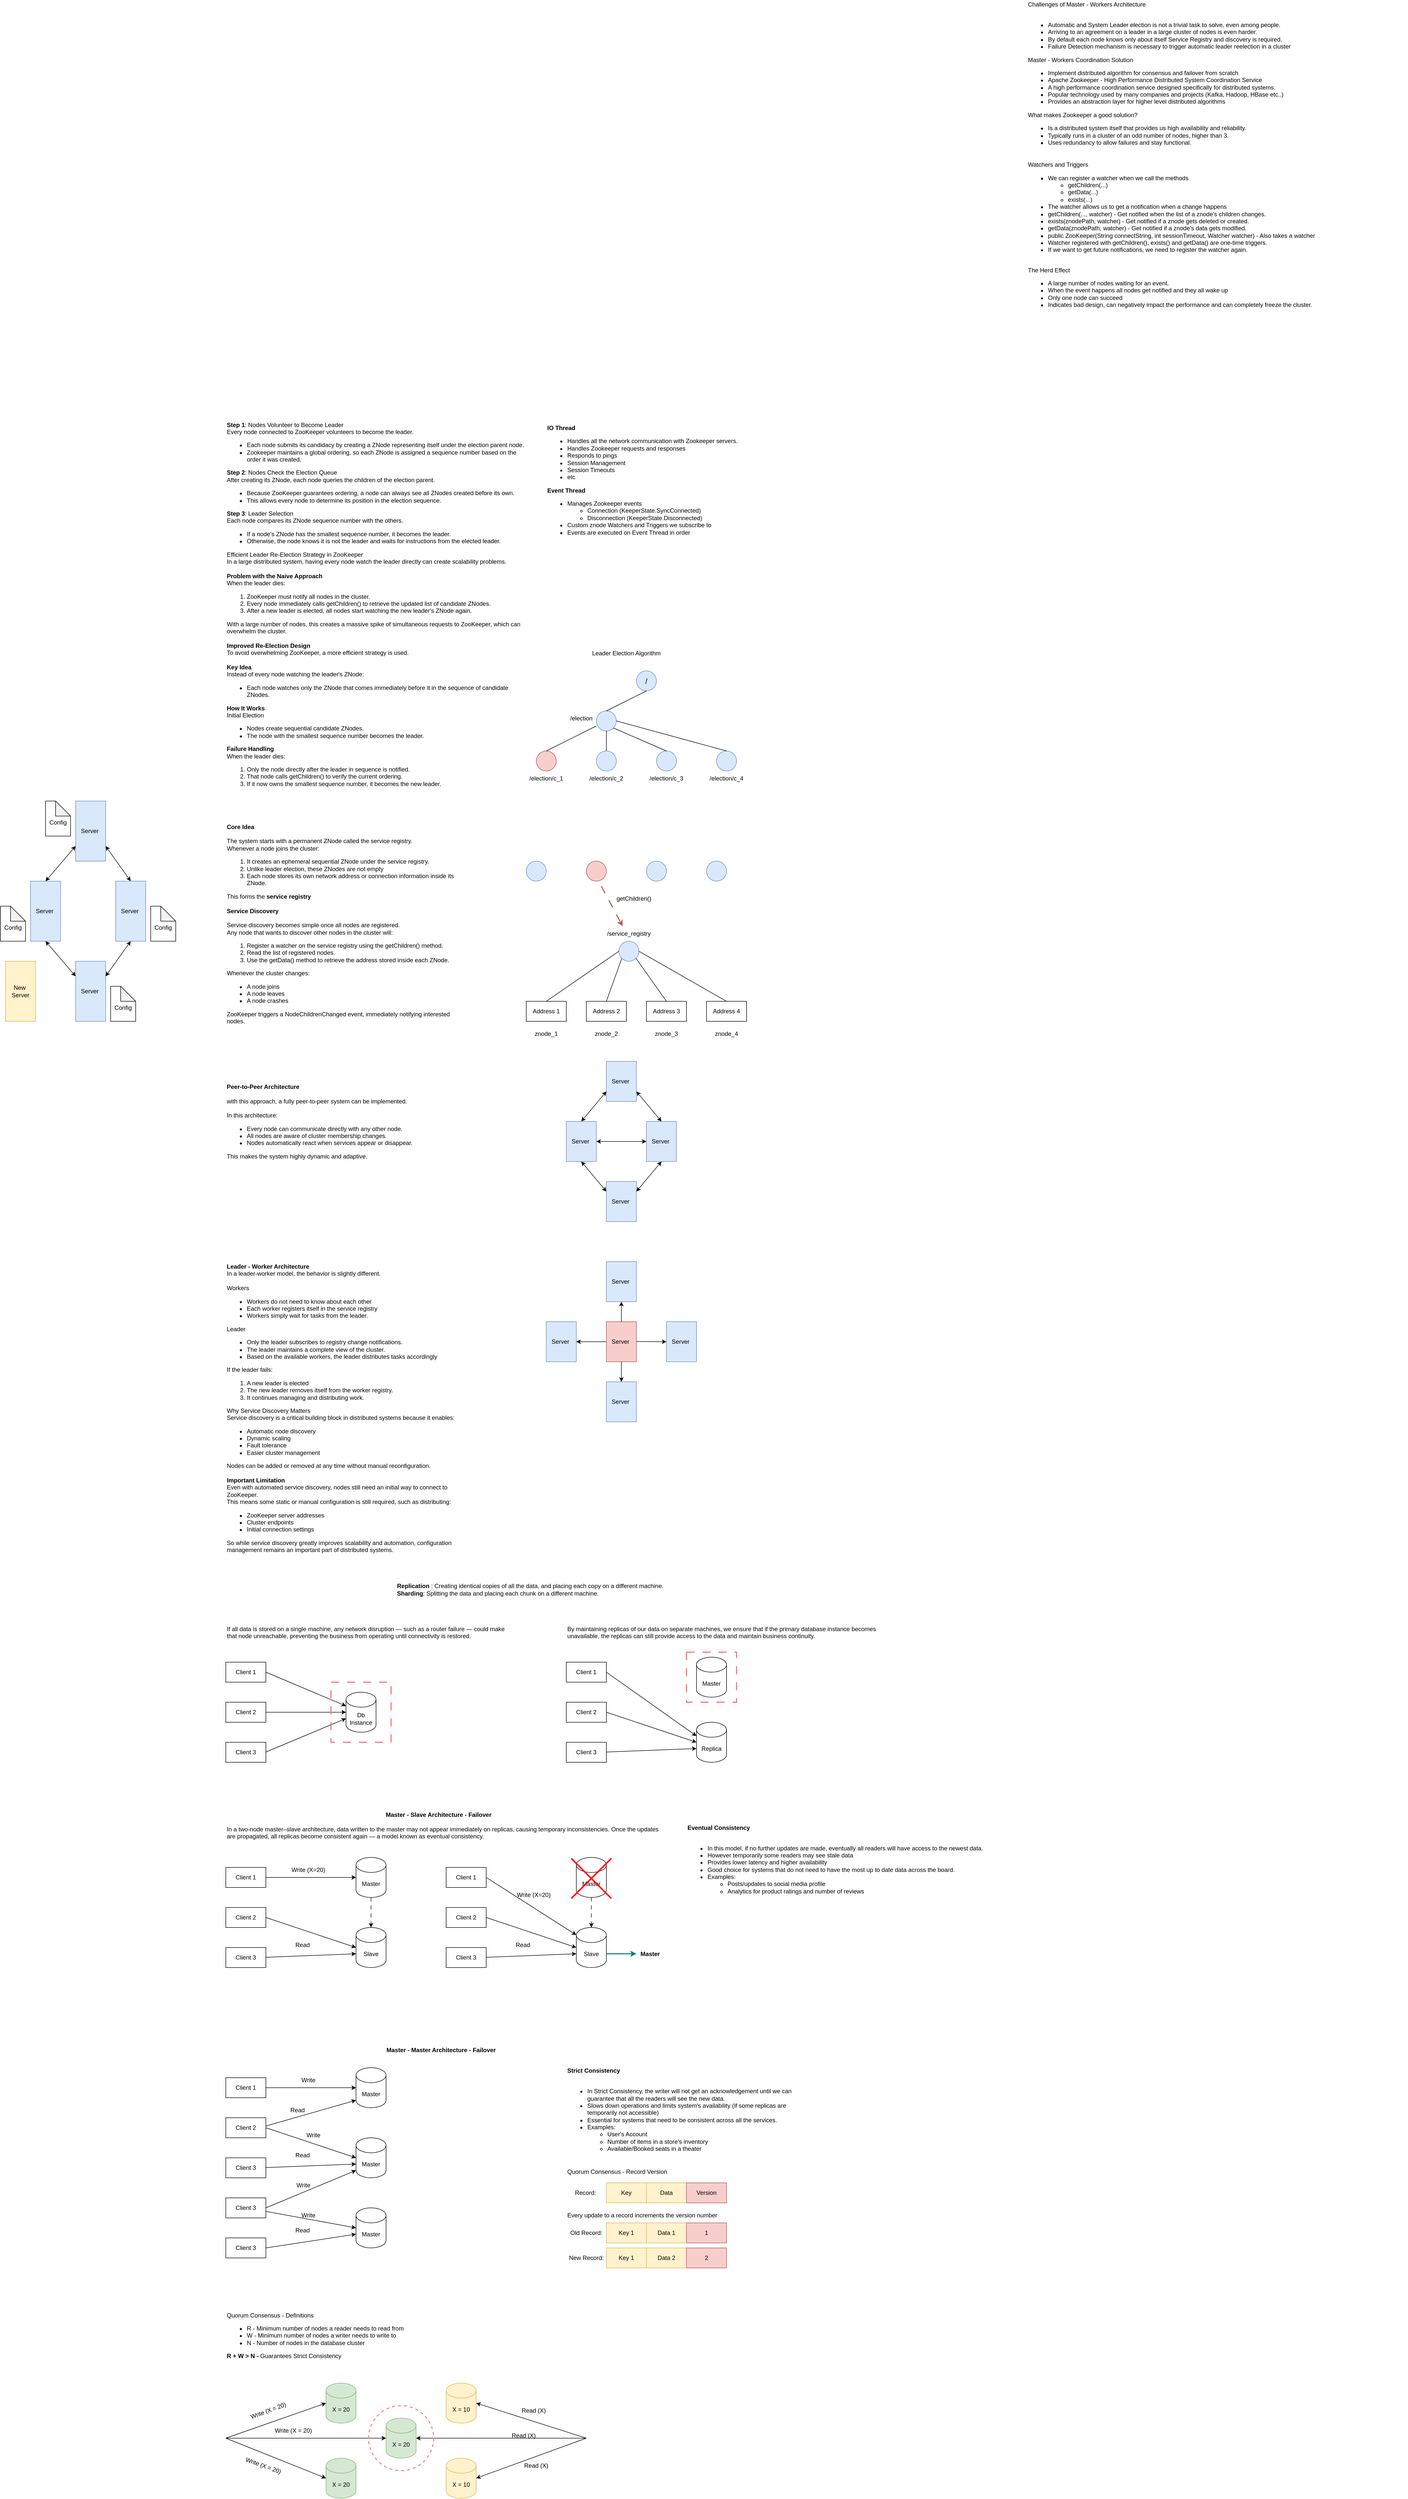
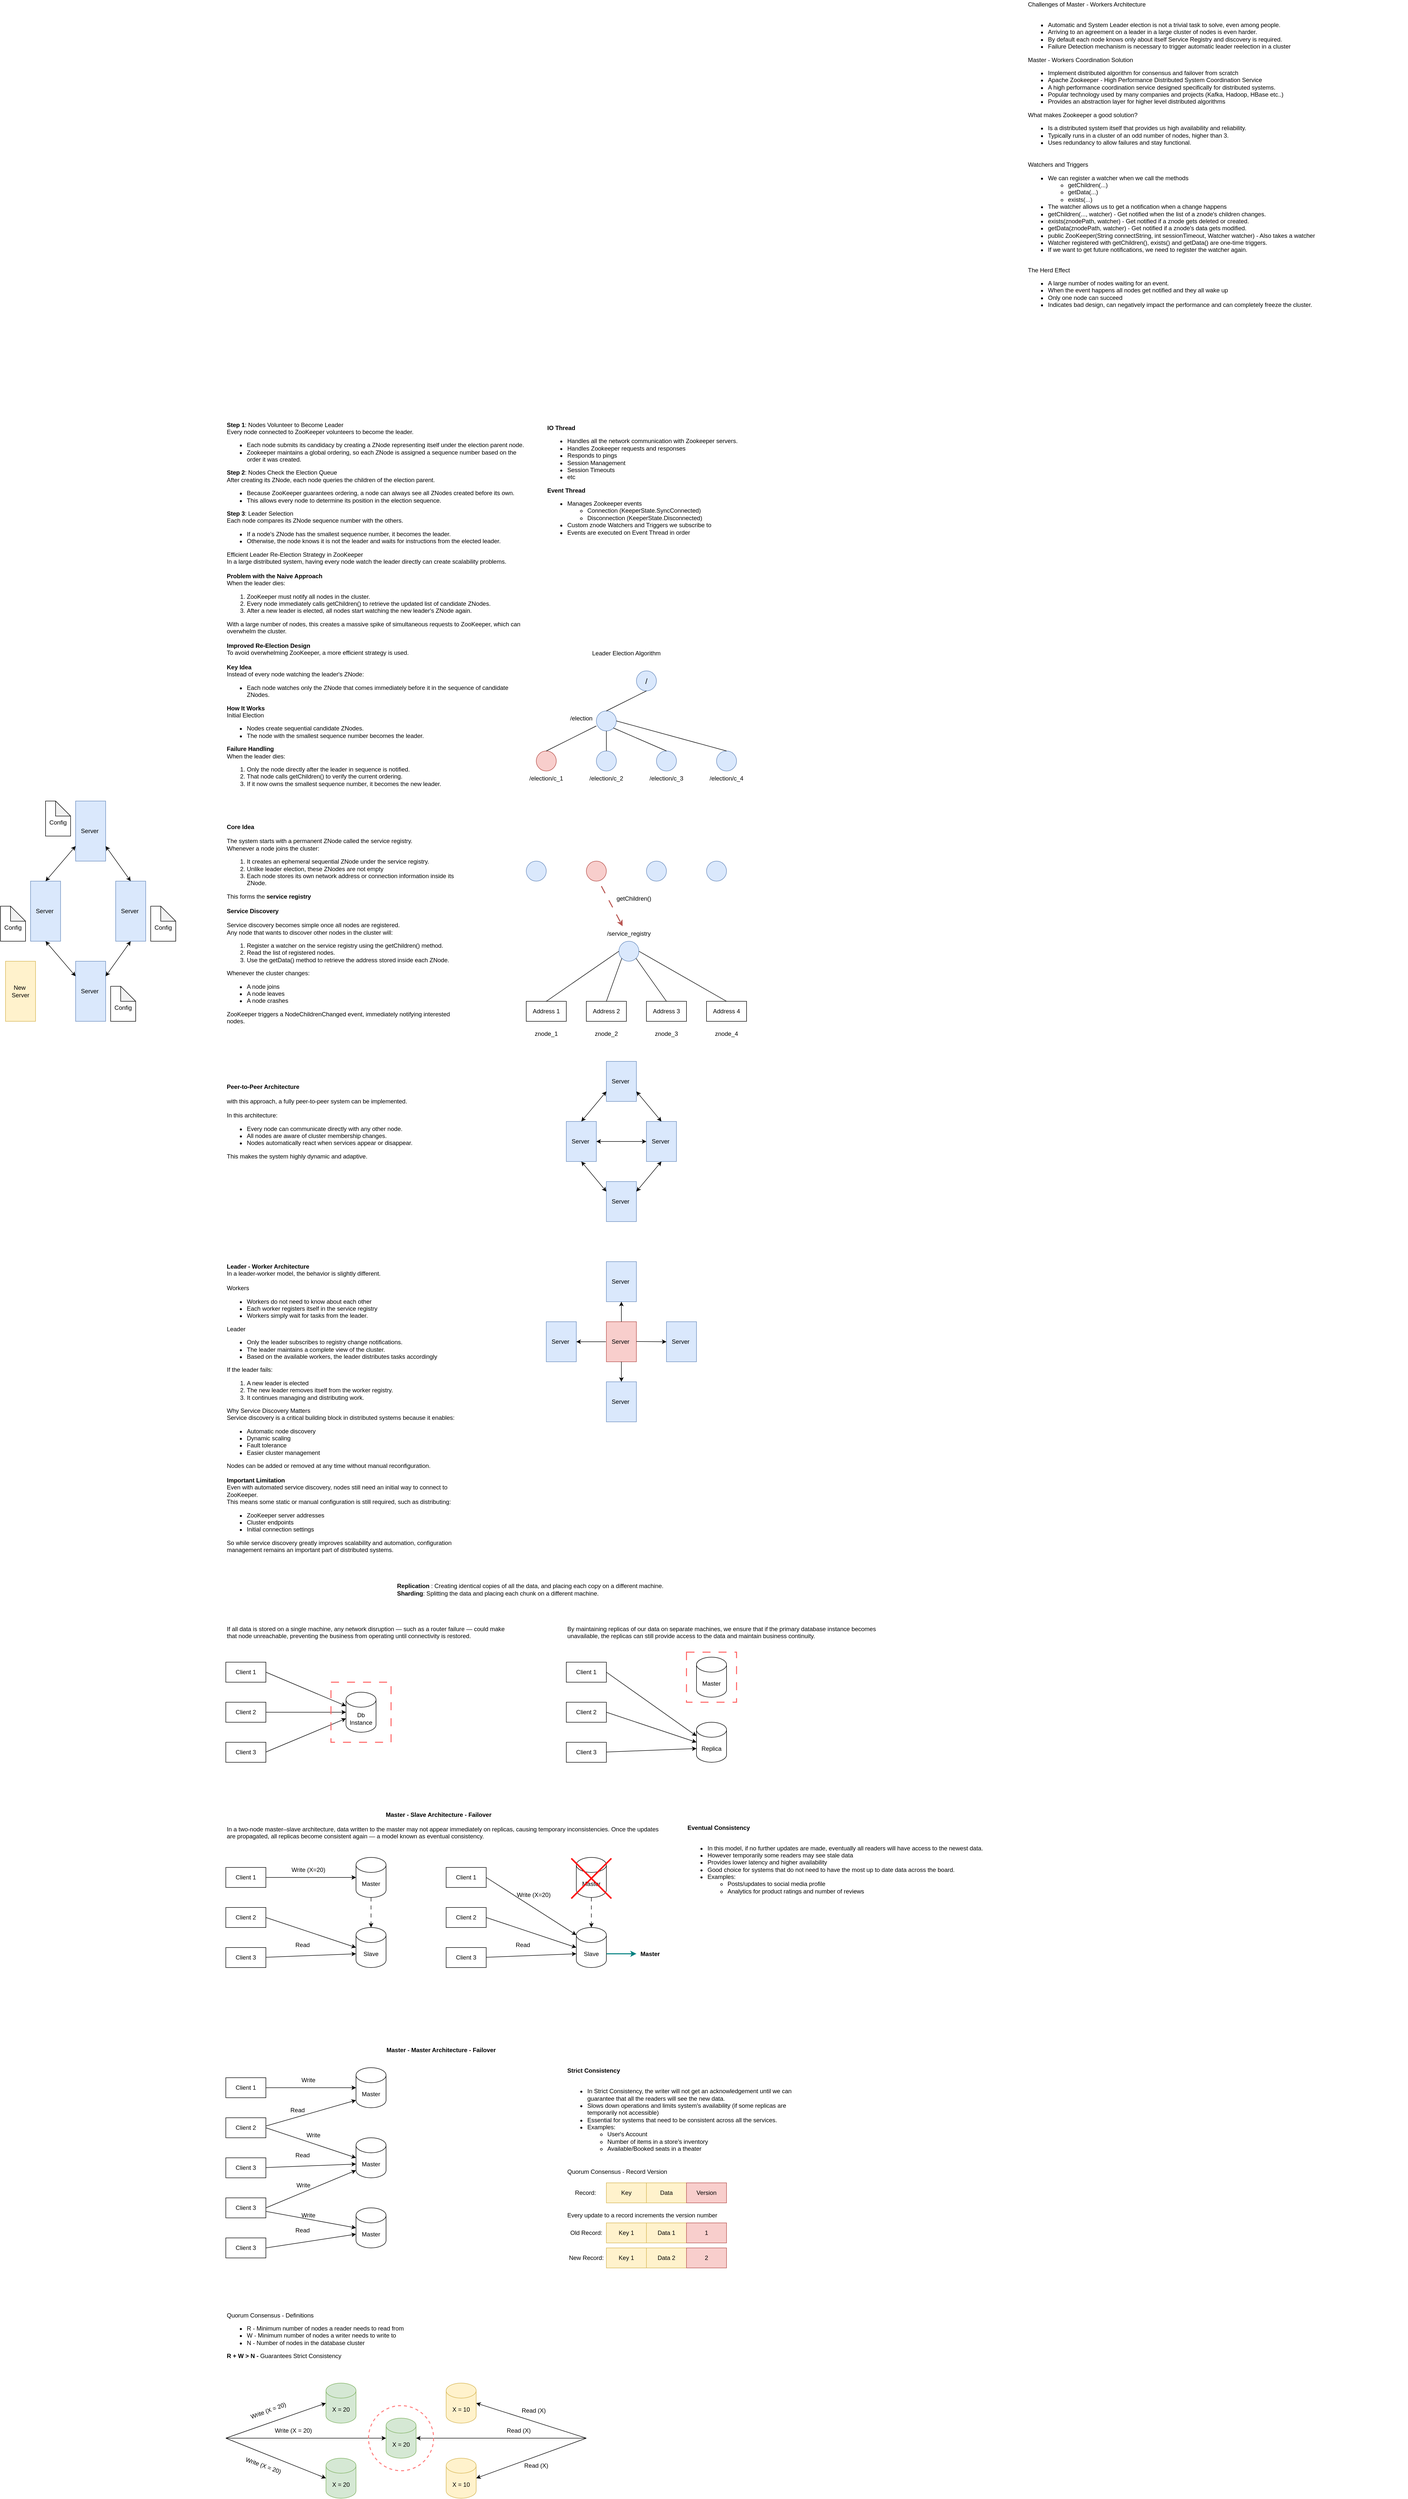
<mxfile host="app.diagrams.net">
  <diagram name="Page-1" id="tO2NQB0IofIboXUTSpVf">
    <mxGraphModel dx="4391" dy="1800" grid="1" gridSize="10" guides="1" tooltips="1" connect="1" arrows="1" fold="1" page="1" pageScale="1" pageWidth="850" pageHeight="1100" math="0" shadow="0">
      <root>
        <mxCell id="0" />
        <mxCell id="1" parent="0" />
        <mxCell id="MGsdMgP7l0InPqgAwvWF-1" parent="1" style="text;html=1;whiteSpace=wrap;strokeColor=none;fillColor=none;align=left;verticalAlign=middle;rounded=0;" value="&lt;div&gt;Challenges of Master - Workers Architecture&lt;/div&gt;&lt;div&gt;&lt;br&gt;&lt;/div&gt;&lt;div&gt;&lt;ul&gt;&lt;li&gt;Automatic and System Leader election is not a trivial task to solve, even among people.&lt;/li&gt;&lt;li&gt;Arriving to an agreement on a leader in a large cluster of nodes is even harder.&lt;/li&gt;&lt;li&gt;By default each node knows only about itself Service Registry and discovery is required.&lt;/li&gt;&lt;li&gt;Failure Detection mechanism is necessary to trigger automatic leader reelection in a cluster&lt;/li&gt;&lt;/ul&gt;&lt;div&gt;Master - Workers Coordination Solution&lt;/div&gt;&lt;div&gt;&lt;ul&gt;&lt;li&gt;Implement distributed algorithm for consensus and failover from scratch&lt;/li&gt;&lt;li&gt;Apache Zookeeper - High Performance Distributed System Coordination Service&amp;nbsp;&lt;/li&gt;&lt;li&gt;A high performance coordination service designed specifically for distributed systems.&lt;/li&gt;&lt;li&gt;Popular technology used by many companies and projects (Kafka, Hadoop, HBase etc..)&lt;/li&gt;&lt;li&gt;Provides an abstraction layer for higher level distributed algorithms&lt;/li&gt;&lt;/ul&gt;&lt;div&gt;What makes Zookeeper a good solution?&lt;/div&gt;&lt;div&gt;&lt;ul&gt;&lt;li&gt;Is a distributed system itself that provides us high availability and reliability.&lt;/li&gt;&lt;li&gt;Typically runs in a cluster of an odd number of nodes, higher than 3.&lt;/li&gt;&lt;li&gt;Uses redundancy to allow failures and stay functional.&lt;/li&gt;&lt;/ul&gt;&lt;/div&gt;&lt;/div&gt;&lt;/div&gt;&lt;div&gt;&lt;br&gt;&lt;/div&gt;" vertex="1">
          <mxGeometry height="320" width="760" x="40" y="-1000" as="geometry" />
        </mxCell>
        <mxCell id="MGsdMgP7l0InPqgAwvWF-2" parent="1" style="ellipse;whiteSpace=wrap;html=1;fillColor=#dae8fc;strokeColor=#6c8ebf;fontSize=15;" value="/" vertex="1">
          <mxGeometry height="40" width="40" x="-740" y="340" as="geometry" />
        </mxCell>
        <mxCell id="MGsdMgP7l0InPqgAwvWF-3" parent="1" style="text;html=1;whiteSpace=wrap;strokeColor=none;fillColor=none;align=center;verticalAlign=middle;rounded=0;" value="Leader Election Algorithm" vertex="1">
          <mxGeometry height="30" width="240" x="-880" y="290" as="geometry" />
        </mxCell>
        <mxCell id="MGsdMgP7l0InPqgAwvWF-5" parent="1" style="ellipse;whiteSpace=wrap;html=1;fillColor=#dae8fc;strokeColor=#6c8ebf;" value="" vertex="1">
          <mxGeometry height="40" width="40" x="-820" y="420" as="geometry" />
        </mxCell>
        <mxCell id="MGsdMgP7l0InPqgAwvWF-8" parent="1" style="text;html=1;whiteSpace=wrap;strokeColor=none;fillColor=none;align=center;verticalAlign=middle;rounded=0;" value="/election" vertex="1">
          <mxGeometry height="30" width="60" x="-880" y="420" as="geometry" />
        </mxCell>
        <mxCell id="MGsdMgP7l0InPqgAwvWF-9" parent="1" style="ellipse;whiteSpace=wrap;html=1;fillColor=#f8cecc;strokeColor=#b85450;" value="" vertex="1">
          <mxGeometry height="40" width="40" x="-940" y="500" as="geometry" />
        </mxCell>
        <mxCell id="MGsdMgP7l0InPqgAwvWF-10" parent="1" style="ellipse;whiteSpace=wrap;html=1;fillColor=#dae8fc;strokeColor=#6c8ebf;" value="" vertex="1">
          <mxGeometry height="40" width="40" x="-820" y="500" as="geometry" />
        </mxCell>
        <mxCell id="MGsdMgP7l0InPqgAwvWF-11" parent="1" style="ellipse;whiteSpace=wrap;html=1;fillColor=#dae8fc;strokeColor=#6c8ebf;" value="" vertex="1">
          <mxGeometry height="40" width="40" x="-700" y="500" as="geometry" />
        </mxCell>
        <mxCell id="MGsdMgP7l0InPqgAwvWF-12" parent="1" style="ellipse;whiteSpace=wrap;html=1;fillColor=#dae8fc;strokeColor=#6c8ebf;" value="" vertex="1">
          <mxGeometry height="40" width="40" x="-580" y="500" as="geometry" />
        </mxCell>
        <mxCell id="MGsdMgP7l0InPqgAwvWF-13" edge="1" parent="1" source="MGsdMgP7l0InPqgAwvWF-9" style="endArrow=none;html=1;rounded=0;exitX=0.5;exitY=0;exitDx=0;exitDy=0;" value="">
          <mxGeometry height="50" relative="1" width="50" as="geometry">
            <mxPoint x="-870" y="500" as="sourcePoint" />
            <mxPoint x="-820" y="450" as="targetPoint" />
          </mxGeometry>
        </mxCell>
        <mxCell id="MGsdMgP7l0InPqgAwvWF-14" edge="1" parent="1" source="MGsdMgP7l0InPqgAwvWF-10" style="endArrow=none;html=1;rounded=0;exitX=0.5;exitY=0;exitDx=0;exitDy=0;entryX=0.5;entryY=1;entryDx=0;entryDy=0;" target="MGsdMgP7l0InPqgAwvWF-5" value="">
          <mxGeometry height="50" relative="1" width="50" as="geometry">
            <mxPoint x="-850" y="510" as="sourcePoint" />
            <mxPoint x="-800" y="460" as="targetPoint" />
          </mxGeometry>
        </mxCell>
        <mxCell id="MGsdMgP7l0InPqgAwvWF-15" edge="1" parent="1" source="MGsdMgP7l0InPqgAwvWF-11" style="endArrow=none;html=1;rounded=0;entryX=1;entryY=1;entryDx=0;entryDy=0;exitX=0.5;exitY=0;exitDx=0;exitDy=0;" target="MGsdMgP7l0InPqgAwvWF-5" value="">
          <mxGeometry height="50" relative="1" width="50" as="geometry">
            <mxPoint x="-760" y="500" as="sourcePoint" />
            <mxPoint x="-710" y="450" as="targetPoint" />
          </mxGeometry>
        </mxCell>
        <mxCell id="MGsdMgP7l0InPqgAwvWF-16" edge="1" parent="1" source="MGsdMgP7l0InPqgAwvWF-12" style="endArrow=none;html=1;rounded=0;entryX=1;entryY=0.5;entryDx=0;entryDy=0;exitX=0.5;exitY=0;exitDx=0;exitDy=0;" target="MGsdMgP7l0InPqgAwvWF-5" value="">
          <mxGeometry height="50" relative="1" width="50" as="geometry">
            <mxPoint x="-670" y="500" as="sourcePoint" />
            <mxPoint x="-620" y="450" as="targetPoint" />
          </mxGeometry>
        </mxCell>
        <mxCell id="MGsdMgP7l0InPqgAwvWF-17" parent="1" style="text;html=1;whiteSpace=wrap;strokeColor=none;fillColor=none;align=center;verticalAlign=middle;rounded=0;" value="/service_registry" vertex="1">
          <mxGeometry height="30" width="90" x="-800" y="850" as="geometry" />
        </mxCell>
        <mxCell id="MGsdMgP7l0InPqgAwvWF-18" parent="1" style="text;html=1;whiteSpace=wrap;strokeColor=none;fillColor=none;align=center;verticalAlign=middle;rounded=0;" value="/election/c_2" vertex="1">
          <mxGeometry height="30" width="80" x="-840" y="540" as="geometry" />
        </mxCell>
        <mxCell id="MGsdMgP7l0InPqgAwvWF-19" parent="1" style="text;html=1;whiteSpace=wrap;strokeColor=none;fillColor=none;align=center;verticalAlign=middle;rounded=0;" value="/election/c_3" vertex="1">
          <mxGeometry height="30" width="80" x="-720" y="540" as="geometry" />
        </mxCell>
        <mxCell id="MGsdMgP7l0InPqgAwvWF-20" parent="1" style="text;html=1;whiteSpace=wrap;strokeColor=none;fillColor=none;align=center;verticalAlign=middle;rounded=0;" value="/election/c_4" vertex="1">
          <mxGeometry height="30" width="80" x="-600" y="540" as="geometry" />
        </mxCell>
        <mxCell id="MGsdMgP7l0InPqgAwvWF-21" parent="1" style="text;html=1;whiteSpace=wrap;strokeColor=none;fillColor=none;align=left;verticalAlign=middle;rounded=0;" value="&lt;div&gt;&lt;b&gt;Step 1&lt;/b&gt;: Nodes Volunteer to Become Leader&amp;nbsp;&lt;/div&gt;&lt;div&gt;Every node connected to ZooKeeper volunteers to become the leader.&lt;/div&gt;&lt;div&gt;&lt;ul&gt;&lt;li&gt;Each node submits its candidacy by creating a ZNode representing itself under the election parent node.&lt;/li&gt;&lt;li&gt;Zookeeper maintains a global ordering, so each ZNode is assigned a sequence number based on the order it was created.&lt;/li&gt;&lt;/ul&gt;&lt;div&gt;&lt;b&gt;Step 2&lt;/b&gt;: Nodes Check the Election Queue&lt;/div&gt;&lt;div&gt;After creating its ZNode, each node queries the children of the election parent.&lt;/div&gt;&lt;div&gt;&lt;ul&gt;&lt;li&gt;Because ZooKeeper guarantees ordering, a node can always see all ZNodes created before its own.&lt;/li&gt;&lt;li&gt;This allows every node to determine its position in the election sequence.&lt;/li&gt;&lt;/ul&gt;&lt;div&gt;&lt;b&gt;Step 3&lt;/b&gt;: Leader Selection&lt;/div&gt;&lt;div&gt;Each node compares its ZNode sequence number with the others.&lt;/div&gt;&lt;div&gt;&lt;ul&gt;&lt;li&gt;If a node&#39;s ZNode has the smallest sequence number, it becomes the leader.&lt;/li&gt;&lt;li&gt;Otherwise, the node knows it is not the leader and waits for instructions from the elected leader.&lt;/li&gt;&lt;/ul&gt;&lt;div&gt;Efficient Leader Re-Election Strategy in ZooKeeper&lt;/div&gt;&lt;div&gt;In a large distributed system, having every node watch the leader directly can create scalability problems.&lt;/div&gt;&lt;div&gt;&lt;br&gt;&lt;/div&gt;&lt;div&gt;&lt;b&gt;Problem with the Naive Approach&lt;/b&gt;&lt;/div&gt;&lt;div&gt;When the leader dies:&lt;/div&gt;&lt;div&gt;&lt;ol&gt;&lt;li&gt;ZooKeeper must notify all nodes in the cluster.&lt;/li&gt;&lt;li&gt;Every node immediately calls getChildren() to retrieve the updated list of candidate ZNodes.&lt;/li&gt;&lt;li&gt;After a new leader is elected, all nodes start watching the new leader&#39;s ZNode again.&lt;/li&gt;&lt;/ol&gt;&lt;div&gt;With a large number of nodes, this creates a massive spike of simultaneous requests to ZooKeeper, which can&amp;nbsp;&lt;/div&gt;&lt;div&gt;overwhelm the cluster.&lt;/div&gt;&lt;div&gt;&lt;br&gt;&lt;/div&gt;&lt;div&gt;&lt;b&gt;Improved Re-Election Design&amp;nbsp;&lt;/b&gt;&lt;/div&gt;&lt;div&gt;To avoid overwhelming ZooKeeper, a more efficient strategy is used.&lt;/div&gt;&lt;div&gt;&lt;br&gt;&lt;/div&gt;&lt;div&gt;&lt;b&gt;Key Idea&amp;nbsp;&lt;/b&gt;&lt;/div&gt;&lt;div&gt;Instead of every node watching the leader&#39;s ZNode:&lt;/div&gt;&lt;div&gt;&lt;ul&gt;&lt;li&gt;Each node watches only the ZNode that comes immediately before it in the sequence of candidate ZNodes.&lt;/li&gt;&lt;/ul&gt;&lt;div&gt;&lt;b&gt;How It Works&amp;nbsp;&lt;/b&gt;&lt;/div&gt;&lt;div&gt;Initial Election&amp;nbsp;&lt;/div&gt;&lt;div&gt;&lt;ul&gt;&lt;li&gt;Nodes create sequential candidate ZNodes.&lt;/li&gt;&lt;li&gt;The node with the smallest sequence number becomes the leader.&lt;/li&gt;&lt;/ul&gt;&lt;div&gt;&lt;b&gt;Failure Handling&lt;/b&gt;&lt;/div&gt;&lt;div&gt;When the leader dies:&lt;/div&gt;&lt;div&gt;&lt;ol&gt;&lt;li&gt;Only the node directly after the leader in sequence is notified.&lt;/li&gt;&lt;li&gt;That node calls getChildren() to verify the current ordering.&lt;/li&gt;&lt;li&gt;If it now owns the smallest sequence number, it becomes the new leader.&lt;/li&gt;&lt;/ol&gt;&lt;/div&gt;&lt;div&gt;&lt;br&gt;&lt;/div&gt;&lt;/div&gt;&lt;/div&gt;&lt;/div&gt;&lt;/div&gt;&lt;/div&gt;&lt;/div&gt;" vertex="1">
          <mxGeometry height="760" width="600" x="-1560" y="-160" as="geometry" />
        </mxCell>
        <mxCell id="MGsdMgP7l0InPqgAwvWF-22" edge="1" parent="1" source="MGsdMgP7l0InPqgAwvWF-5" style="endArrow=none;html=1;rounded=0;exitX=0.5;exitY=0;exitDx=0;exitDy=0;" value="">
          <mxGeometry height="50" relative="1" width="50" as="geometry">
            <mxPoint x="-770" y="430" as="sourcePoint" />
            <mxPoint x="-720" y="380" as="targetPoint" />
          </mxGeometry>
        </mxCell>
        <mxCell id="MGsdMgP7l0InPqgAwvWF-23" parent="1" style="text;html=1;whiteSpace=wrap;strokeColor=none;fillColor=none;align=left;verticalAlign=middle;rounded=0;" value="&lt;div&gt;&lt;b&gt;IO Thread&amp;nbsp;&lt;/b&gt;&lt;/div&gt;&lt;div&gt;&lt;ul&gt;&lt;li&gt;Handles all the network communication with Zookeeper servers.&lt;/li&gt;&lt;li&gt;Handles Zookeeper requests and responses&amp;nbsp;&lt;/li&gt;&lt;li&gt;Responds to pings&amp;nbsp;&lt;/li&gt;&lt;li&gt;Session Management&amp;nbsp;&lt;/li&gt;&lt;li&gt;Session Timeouts&amp;nbsp;&lt;/li&gt;&lt;li&gt;etc&amp;nbsp;&lt;/li&gt;&lt;/ul&gt;&lt;div&gt;&lt;b&gt;Event Thread&amp;nbsp;&lt;/b&gt;&lt;/div&gt;&lt;div&gt;&lt;ul&gt;&lt;li&gt;Manages Zookeeper events&amp;nbsp;&lt;/li&gt;&lt;ul&gt;&lt;li&gt;Connection (KeeperState.SyncConnected)&lt;/li&gt;&lt;li&gt;Disconnection (KeeperState.Disconnected)&lt;/li&gt;&lt;/ul&gt;&lt;li&gt;Custom znode Watchers and Triggers we subscribe to&amp;nbsp;&lt;/li&gt;&lt;li&gt;Events are executed on Event Thread in order&amp;nbsp;&lt;/li&gt;&lt;/ul&gt;&lt;/div&gt;&lt;/div&gt;" vertex="1">
          <mxGeometry height="250" width="440" x="-920" y="-160" as="geometry" />
        </mxCell>
        <mxCell id="MGsdMgP7l0InPqgAwvWF-24" parent="1" style="text;html=1;whiteSpace=wrap;strokeColor=none;fillColor=none;align=left;verticalAlign=middle;rounded=0;" value="&lt;div&gt;Watchers and Triggers&lt;/div&gt;&lt;div&gt;&lt;ul&gt;&lt;li&gt;We can register a watcher when we call the methods&lt;/li&gt;&lt;ul&gt;&lt;li&gt;getChildren(...)&lt;/li&gt;&lt;li&gt;getData(...)&lt;/li&gt;&lt;li&gt;exists(...)&lt;/li&gt;&lt;/ul&gt;&lt;li&gt;The watcher allows us to get a notification when a change happens&lt;/li&gt;&lt;li&gt;getChildren(..., watcher) - Get notified when the list of a znode&#39;s children changes.&lt;/li&gt;&lt;li&gt;exists(znodePath, watcher) - Get notified if a znode gets deleted or created.&lt;/li&gt;&lt;li&gt;getData(znodePath, watcher) - Get notified if a znode&#39;s data gets modified.&lt;/li&gt;&lt;li&gt;public ZooKeeper(String connectString, int sessionTimeout, Watcher watcher) - Also takes a watcher&amp;nbsp;&lt;/li&gt;&lt;li&gt;Watcher registered with getChildren(), exists() and getData() are one-time triggers.&lt;/li&gt;&lt;li&gt;If we want to get future notifications, we need to register the watcher again.&lt;/li&gt;&lt;/ul&gt;&lt;/div&gt;" vertex="1">
          <mxGeometry height="200" width="760" x="40" y="-680" as="geometry" />
        </mxCell>
        <mxCell id="MGsdMgP7l0InPqgAwvWF-25" parent="1" style="text;html=1;whiteSpace=wrap;strokeColor=none;fillColor=none;align=left;verticalAlign=middle;rounded=0;" value="&lt;div&gt;The Herd Effect&lt;/div&gt;&lt;div&gt;&lt;ul&gt;&lt;li&gt;A large number of nodes waiting for an event.&lt;/li&gt;&lt;li&gt;When the event happens all nodes get notified and they all wake up&lt;/li&gt;&lt;li&gt;Only one node can succeed&amp;nbsp;&lt;/li&gt;&lt;li&gt;Indicates bad design, can negatively impact the performance and can completely freeze the cluster.&lt;/li&gt;&lt;/ul&gt;&lt;/div&gt;" vertex="1">
          <mxGeometry height="120" width="760" x="40" y="-480" as="geometry" />
        </mxCell>
        <mxCell id="MGsdMgP7l0InPqgAwvWF-26" parent="1" style="rounded=0;whiteSpace=wrap;html=1;fillColor=#dae8fc;strokeColor=#6c8ebf;" value="Server&amp;nbsp;" vertex="1">
          <mxGeometry height="120" width="60" x="-1950" y="760" as="geometry" />
        </mxCell>
        <mxCell id="MGsdMgP7l0InPqgAwvWF-35" parent="1" style="rounded=0;whiteSpace=wrap;html=1;fillColor=#dae8fc;strokeColor=#6c8ebf;" value="Server&amp;nbsp;" vertex="1">
          <mxGeometry height="120" width="60" x="-1860" y="600" as="geometry" />
        </mxCell>
        <mxCell id="MGsdMgP7l0InPqgAwvWF-38" parent="1" style="rounded=0;whiteSpace=wrap;html=1;fillColor=#dae8fc;strokeColor=#6c8ebf;" value="Server&amp;nbsp;" vertex="1">
          <mxGeometry height="120" width="60" x="-1780" y="760" as="geometry" />
        </mxCell>
        <mxCell id="MGsdMgP7l0InPqgAwvWF-42" parent="1" style="shape=note;whiteSpace=wrap;html=1;backgroundOutline=1;darkOpacity=0.05;" value="&lt;div&gt;&lt;br&gt;&lt;/div&gt;&lt;div&gt;Config&lt;/div&gt;" vertex="1">
          <mxGeometry height="70" width="50" x="-2010" y="810" as="geometry" />
        </mxCell>
        <mxCell id="MGsdMgP7l0InPqgAwvWF-43" parent="1" style="shape=note;whiteSpace=wrap;html=1;backgroundOutline=1;darkOpacity=0.05;" value="&lt;div&gt;&lt;br&gt;&lt;/div&gt;&lt;div&gt;Config&lt;/div&gt;" vertex="1">
          <mxGeometry height="70" width="50" x="-1920" y="600" as="geometry" />
        </mxCell>
        <mxCell id="MGsdMgP7l0InPqgAwvWF-44" parent="1" style="shape=note;whiteSpace=wrap;html=1;backgroundOutline=1;darkOpacity=0.05;" value="&lt;div&gt;&lt;br&gt;&lt;/div&gt;&lt;div&gt;Config&lt;/div&gt;" vertex="1">
          <mxGeometry height="70" width="50" x="-1710" y="810" as="geometry" />
        </mxCell>
        <mxCell id="MGsdMgP7l0InPqgAwvWF-45" edge="1" parent="1" source="MGsdMgP7l0InPqgAwvWF-26" style="endArrow=classic;startArrow=classic;html=1;rounded=0;entryX=0;entryY=0.75;entryDx=0;entryDy=0;exitX=0.5;exitY=0;exitDx=0;exitDy=0;" target="MGsdMgP7l0InPqgAwvWF-35" value="">
          <mxGeometry height="50" relative="1" width="50" as="geometry">
            <mxPoint x="-1980" y="760" as="sourcePoint" />
            <mxPoint x="-1930" y="710" as="targetPoint" />
          </mxGeometry>
        </mxCell>
        <mxCell id="MGsdMgP7l0InPqgAwvWF-47" edge="1" parent="1" source="MGsdMgP7l0InPqgAwvWF-26" style="endArrow=classic;startArrow=classic;html=1;rounded=0;entryX=0;entryY=0.25;entryDx=0;entryDy=0;exitX=0.5;exitY=1;exitDx=0;exitDy=0;" target="MGsdMgP7l0InPqgAwvWF-48" value="">
          <mxGeometry height="50" relative="1" width="50" as="geometry">
            <mxPoint x="-1950" y="950" as="sourcePoint" />
            <mxPoint x="-1840" y="880" as="targetPoint" />
          </mxGeometry>
        </mxCell>
        <mxCell id="MGsdMgP7l0InPqgAwvWF-48" parent="1" style="rounded=0;whiteSpace=wrap;html=1;fillColor=#dae8fc;strokeColor=#6c8ebf;" value="Server&amp;nbsp;" vertex="1">
          <mxGeometry height="120" width="60" x="-1860" y="920" as="geometry" />
        </mxCell>
        <mxCell id="MGsdMgP7l0InPqgAwvWF-49" parent="1" style="shape=note;whiteSpace=wrap;html=1;backgroundOutline=1;darkOpacity=0.05;" value="&lt;div&gt;&lt;br&gt;&lt;/div&gt;&lt;div&gt;Config&lt;/div&gt;" vertex="1">
          <mxGeometry height="70" width="50" x="-1790" y="970" as="geometry" />
        </mxCell>
        <mxCell id="MGsdMgP7l0InPqgAwvWF-50" edge="1" parent="1" style="endArrow=classic;startArrow=classic;html=1;rounded=0;entryX=0.5;entryY=0;entryDx=0;entryDy=0;exitX=0.5;exitY=0;exitDx=0;exitDy=0;" target="MGsdMgP7l0InPqgAwvWF-38" value="">
          <mxGeometry height="50" relative="1" width="50" as="geometry">
            <mxPoint x="-1800" y="690" as="sourcePoint" />
            <mxPoint x="-1690" y="620" as="targetPoint" />
          </mxGeometry>
        </mxCell>
        <mxCell id="MGsdMgP7l0InPqgAwvWF-51" edge="1" parent="1" source="MGsdMgP7l0InPqgAwvWF-38" style="endArrow=classic;startArrow=classic;html=1;rounded=0;entryX=1;entryY=0.25;entryDx=0;entryDy=0;exitX=0.5;exitY=1;exitDx=0;exitDy=0;" target="MGsdMgP7l0InPqgAwvWF-48" value="">
          <mxGeometry height="50" relative="1" width="50" as="geometry">
            <mxPoint x="-1620" y="940" as="sourcePoint" />
            <mxPoint x="-1510" y="1040" as="targetPoint" />
          </mxGeometry>
        </mxCell>
        <mxCell id="MGsdMgP7l0InPqgAwvWF-52" parent="1" style="rounded=0;whiteSpace=wrap;html=1;fillColor=#fff2cc;strokeColor=#d6b656;" value="&lt;div&gt;New&amp;nbsp;&lt;/div&gt;&lt;div&gt;Server&lt;/div&gt;" vertex="1">
          <mxGeometry height="120" width="60" x="-2000" y="920" as="geometry" />
        </mxCell>
        <mxCell id="MGsdMgP7l0InPqgAwvWF-54" parent="1" style="ellipse;whiteSpace=wrap;html=1;fillColor=#dae8fc;strokeColor=#6c8ebf;fontSize=15;" value="" vertex="1">
          <mxGeometry height="40" width="40" x="-775" y="880" as="geometry" />
        </mxCell>
        <mxCell id="MGsdMgP7l0InPqgAwvWF-55" parent="1" style="text;html=1;whiteSpace=wrap;strokeColor=none;fillColor=none;align=center;verticalAlign=middle;rounded=0;" value="/election/c_1" vertex="1">
          <mxGeometry height="30" width="80" x="-960" y="540" as="geometry" />
        </mxCell>
        <mxCell id="MGsdMgP7l0InPqgAwvWF-56" parent="1" style="rounded=0;whiteSpace=wrap;html=1;" value="Address 1" vertex="1">
          <mxGeometry height="40" width="80" x="-960" y="1000" as="geometry" />
        </mxCell>
        <mxCell id="MGsdMgP7l0InPqgAwvWF-57" parent="1" style="rounded=0;whiteSpace=wrap;html=1;" value="Address 2" vertex="1">
          <mxGeometry height="40" width="80" x="-840" y="1000" as="geometry" />
        </mxCell>
        <mxCell id="MGsdMgP7l0InPqgAwvWF-58" parent="1" style="rounded=0;whiteSpace=wrap;html=1;" value="Address 3" vertex="1">
          <mxGeometry height="40" width="80" x="-720" y="1000" as="geometry" />
        </mxCell>
        <mxCell id="MGsdMgP7l0InPqgAwvWF-59" parent="1" style="rounded=0;whiteSpace=wrap;html=1;" value="Address 4" vertex="1">
          <mxGeometry height="40" width="80" x="-600" y="1000" as="geometry" />
        </mxCell>
        <mxCell id="MGsdMgP7l0InPqgAwvWF-60" parent="1" style="text;html=1;whiteSpace=wrap;strokeColor=none;fillColor=none;align=center;verticalAlign=middle;rounded=0;" value="znode_1" vertex="1">
          <mxGeometry height="30" width="80" x="-960" y="1050" as="geometry" />
        </mxCell>
        <mxCell id="MGsdMgP7l0InPqgAwvWF-61" parent="1" style="text;html=1;whiteSpace=wrap;strokeColor=none;fillColor=none;align=center;verticalAlign=middle;rounded=0;" value="znode_2" vertex="1">
          <mxGeometry height="30" width="80" x="-840" y="1050" as="geometry" />
        </mxCell>
        <mxCell id="MGsdMgP7l0InPqgAwvWF-62" parent="1" style="text;html=1;whiteSpace=wrap;strokeColor=none;fillColor=none;align=center;verticalAlign=middle;rounded=0;" value="znode_3" vertex="1">
          <mxGeometry height="30" width="80" x="-720" y="1050" as="geometry" />
        </mxCell>
        <mxCell id="MGsdMgP7l0InPqgAwvWF-63" parent="1" style="text;html=1;whiteSpace=wrap;strokeColor=none;fillColor=none;align=center;verticalAlign=middle;rounded=0;" value="znode_4" vertex="1">
          <mxGeometry height="30" width="80" x="-600" y="1050" as="geometry" />
        </mxCell>
        <mxCell id="MGsdMgP7l0InPqgAwvWF-64" edge="1" parent="1" style="endArrow=none;html=1;rounded=0;entryX=0;entryY=0.5;entryDx=0;entryDy=0;" target="MGsdMgP7l0InPqgAwvWF-54" value="">
          <mxGeometry height="50" relative="1" width="50" as="geometry">
            <mxPoint x="-920" y="1000" as="sourcePoint" />
            <mxPoint x="-870" y="950" as="targetPoint" />
          </mxGeometry>
        </mxCell>
        <mxCell id="MGsdMgP7l0InPqgAwvWF-65" edge="1" parent="1" style="endArrow=none;html=1;rounded=0;entryX=0;entryY=1;entryDx=0;entryDy=0;" target="MGsdMgP7l0InPqgAwvWF-54" value="">
          <mxGeometry height="50" relative="1" width="50" as="geometry">
            <mxPoint x="-800" y="1000" as="sourcePoint" />
            <mxPoint x="-750" y="950" as="targetPoint" />
          </mxGeometry>
        </mxCell>
        <mxCell id="MGsdMgP7l0InPqgAwvWF-66" edge="1" parent="1" style="endArrow=none;html=1;rounded=0;entryX=1;entryY=1;entryDx=0;entryDy=0;" target="MGsdMgP7l0InPqgAwvWF-54" value="">
          <mxGeometry height="50" relative="1" width="50" as="geometry">
            <mxPoint x="-680" y="1000" as="sourcePoint" />
            <mxPoint x="-630" y="950" as="targetPoint" />
          </mxGeometry>
        </mxCell>
        <mxCell id="MGsdMgP7l0InPqgAwvWF-69" edge="1" parent="1" style="endArrow=none;html=1;rounded=0;entryX=1;entryY=0.5;entryDx=0;entryDy=0;" target="MGsdMgP7l0InPqgAwvWF-54" value="">
          <mxGeometry height="50" relative="1" width="50" as="geometry">
            <mxPoint x="-560" y="1000" as="sourcePoint" />
            <mxPoint x="-510" y="950" as="targetPoint" />
          </mxGeometry>
        </mxCell>
        <mxCell id="MGsdMgP7l0InPqgAwvWF-70" parent="1" style="ellipse;whiteSpace=wrap;html=1;fillColor=#f8cecc;strokeColor=#b85450;" value="" vertex="1">
          <mxGeometry height="40" width="40" x="-840" y="720" as="geometry" />
        </mxCell>
        <mxCell id="MGsdMgP7l0InPqgAwvWF-71" parent="1" style="ellipse;whiteSpace=wrap;html=1;fillColor=#dae8fc;strokeColor=#6c8ebf;fontSize=15;" value="" vertex="1">
          <mxGeometry height="40" width="40" x="-960" y="720" as="geometry" />
        </mxCell>
        <mxCell id="MGsdMgP7l0InPqgAwvWF-72" parent="1" style="ellipse;whiteSpace=wrap;html=1;fillColor=#dae8fc;strokeColor=#6c8ebf;fontSize=15;" value="" vertex="1">
          <mxGeometry height="40" width="40" x="-720" y="720" as="geometry" />
        </mxCell>
        <mxCell id="MGsdMgP7l0InPqgAwvWF-73" parent="1" style="ellipse;whiteSpace=wrap;html=1;fillColor=#dae8fc;strokeColor=#6c8ebf;fontSize=15;" value="" vertex="1">
          <mxGeometry height="40" width="40" x="-600" y="720" as="geometry" />
        </mxCell>
        <mxCell id="MGsdMgP7l0InPqgAwvWF-74" edge="1" parent="1" style="endArrow=classic;html=1;rounded=0;entryX=0.25;entryY=0;entryDx=0;entryDy=0;dashed=1;dashPattern=8 8;fillColor=#f8cecc;strokeColor=#b85450;strokeWidth=2;" value="">
          <mxGeometry height="50" relative="1" width="50" as="geometry">
            <mxPoint x="-810" y="770" as="sourcePoint" />
            <mxPoint x="-767.5" y="850" as="targetPoint" />
          </mxGeometry>
        </mxCell>
        <mxCell id="MGsdMgP7l0InPqgAwvWF-75" parent="1" style="text;html=1;whiteSpace=wrap;strokeColor=none;fillColor=none;align=center;verticalAlign=middle;rounded=0;" value="getChildren()" vertex="1">
          <mxGeometry height="30" width="90" x="-790" y="780" as="geometry" />
        </mxCell>
        <mxCell id="MGsdMgP7l0InPqgAwvWF-76" parent="1" style="text;html=1;whiteSpace=wrap;strokeColor=none;fillColor=none;align=left;verticalAlign=middle;rounded=0;" value="&lt;div&gt;&lt;b&gt;Core Idea&amp;nbsp;&lt;/b&gt;&lt;/div&gt;&lt;div&gt;&lt;b&gt;&lt;br&gt;&lt;/b&gt;&lt;/div&gt;&lt;div&gt;The system starts with a permanent ZNode called the service registry.&lt;/div&gt;&lt;div&gt;Whenever a node joins the cluster:&lt;/div&gt;&lt;div&gt;&lt;ol&gt;&lt;li&gt;It creates an ephemeral sequential ZNode under the service registry.&lt;/li&gt;&lt;li&gt;Unlike leader election, these ZNodes are not empty&lt;/li&gt;&lt;li&gt;Each node stores its own network address or connection information inside its ZNode.&lt;/li&gt;&lt;/ol&gt;&lt;div&gt;This forms the &lt;b&gt;service registry&lt;/b&gt;&lt;/div&gt;&lt;div&gt;&lt;b&gt;&lt;br&gt;&lt;/b&gt;&lt;/div&gt;&lt;div&gt;&lt;b&gt;Service Discovery&lt;/b&gt;&lt;/div&gt;&lt;div&gt;&lt;br&gt;&lt;/div&gt;&lt;div&gt;Service discovery becomes simple once all nodes are registered.&lt;/div&gt;&lt;div&gt;Any node that wants to discover other nodes in the cluster will:&lt;/div&gt;&lt;div&gt;&lt;ol&gt;&lt;li&gt;Register a watcher on the service registry using the getChildren() method.&lt;/li&gt;&lt;li&gt;Read the list of registered nodes.&lt;/li&gt;&lt;li&gt;Use the getData() method to retrieve the address stored inside each ZNode.&lt;/li&gt;&lt;/ol&gt;&lt;div&gt;Whenever the cluster changes:&lt;/div&gt;&lt;div&gt;&lt;ul&gt;&lt;li&gt;A node joins&amp;nbsp;&lt;/li&gt;&lt;li&gt;A node leaves&amp;nbsp;&lt;/li&gt;&lt;li&gt;A node crashes&lt;/li&gt;&lt;/ul&gt;&lt;div&gt;ZooKeeper triggers a NodeChildrenChanged event, immediately notifying interested nodes.&lt;/div&gt;&lt;/div&gt;&lt;/div&gt;&lt;div&gt;&lt;br&gt;&lt;/div&gt;&lt;div&gt;&lt;br&gt;&lt;/div&gt;&lt;/div&gt;" vertex="1">
          <mxGeometry height="440" width="480" x="-1560" y="640" as="geometry" />
        </mxCell>
        <mxCell id="MGsdMgP7l0InPqgAwvWF-77" parent="1" style="text;html=1;whiteSpace=wrap;strokeColor=none;fillColor=none;align=left;verticalAlign=middle;rounded=0;" value="&lt;div&gt;&lt;b&gt;Peer-to-Peer Architecture&amp;nbsp;&lt;/b&gt;&lt;/div&gt;&lt;div&gt;&lt;br&gt;&lt;/div&gt;&lt;div&gt;with this approach, a fully peer-to-peer system can be implemented.&lt;/div&gt;&lt;div&gt;&lt;br&gt;&lt;/div&gt;&lt;div&gt;In this architecture:&lt;/div&gt;&lt;div&gt;&lt;ul&gt;&lt;li&gt;Every node can communicate directly with any other node.&lt;/li&gt;&lt;li&gt;All nodes are aware of cluster membership changes.&lt;/li&gt;&lt;li&gt;Nodes automatically react when services appear or disappear.&lt;/li&gt;&lt;/ul&gt;&lt;div&gt;This makes the system highly dynamic and adaptive.&lt;/div&gt;&lt;/div&gt;" vertex="1">
          <mxGeometry height="160" width="480" x="-1560" y="1160" as="geometry" />
        </mxCell>
        <mxCell id="MGsdMgP7l0InPqgAwvWF-78" parent="1" style="text;html=1;whiteSpace=wrap;strokeColor=none;fillColor=none;align=left;verticalAlign=middle;rounded=0;" value="&lt;div&gt;&lt;b&gt;Leader - Worker Architecture&amp;nbsp;&lt;/b&gt;&lt;/div&gt;&lt;div&gt;In a leader-worker model, the behavior is slightly different.&lt;/div&gt;&lt;div&gt;&lt;br&gt;&lt;/div&gt;&lt;div&gt;&lt;div&gt;Workers&lt;/div&gt;&lt;div&gt;&lt;ul&gt;&lt;li&gt;Workers do not need to know about each other&amp;nbsp;&lt;/li&gt;&lt;li&gt;Each worker registers itself in the service registry&lt;/li&gt;&lt;li&gt;Workers simply wait for tasks from the leader.&amp;nbsp;&lt;/li&gt;&lt;/ul&gt;&lt;/div&gt;Leader&amp;nbsp;&lt;/div&gt;&lt;div&gt;&lt;ul&gt;&lt;li&gt;Only the leader subscribes to registry change notifications.&lt;/li&gt;&lt;li&gt;The leader maintains a complete view of the cluster.&lt;/li&gt;&lt;li&gt;Based on the available workers, the leader distributes tasks accordingly&lt;/li&gt;&lt;/ul&gt;&lt;/div&gt;&lt;div&gt;If the leader fails:&lt;/div&gt;&lt;div&gt;&lt;ol&gt;&lt;li&gt;A new leader is elected&lt;/li&gt;&lt;li&gt;The new leader removes itself from the worker registry.&lt;/li&gt;&lt;li&gt;It continues managing and distributing work.&lt;/li&gt;&lt;/ol&gt;&lt;/div&gt;&lt;div&gt;Why Service Discovery Matters&lt;/div&gt;&lt;div&gt;Service discovery is a critical building block in distributed systems because it enables:&lt;/div&gt;&lt;div&gt;&lt;ul&gt;&lt;li&gt;Automatic node discovery&lt;/li&gt;&lt;li&gt;Dynamic scaling&amp;nbsp;&lt;/li&gt;&lt;li&gt;Fault tolerance&amp;nbsp;&lt;/li&gt;&lt;li&gt;Easier cluster management&lt;/li&gt;&lt;/ul&gt;&lt;div&gt;Nodes can be added or removed at any time without manual reconfiguration.&lt;/div&gt;&lt;div&gt;&lt;br&gt;&lt;/div&gt;&lt;div&gt;&lt;b&gt;Important Limitation&lt;/b&gt;&lt;/div&gt;&lt;div&gt;Even with automated service discovery, nodes still need an initial way to connect to ZooKeeper.&lt;/div&gt;&lt;div&gt;This means some static or manual configuration is still required, such as distributing:&lt;/div&gt;&lt;div&gt;&lt;ul&gt;&lt;li&gt;ZooKeeper server addresses&lt;/li&gt;&lt;li&gt;Cluster endpoints&amp;nbsp;&lt;/li&gt;&lt;li&gt;Initial connection settings&lt;/li&gt;&lt;/ul&gt;&lt;div&gt;So while service discovery greatly improves scalability and automation, configuration management remains an important part of distributed systems.&lt;/div&gt;&lt;/div&gt;&lt;/div&gt;&lt;div&gt;&lt;br&gt;&lt;/div&gt;" vertex="1">
          <mxGeometry height="600" width="480" x="-1560" y="1520" as="geometry" />
        </mxCell>
        <mxCell id="MGsdMgP7l0InPqgAwvWF-79" parent="1" style="rounded=0;whiteSpace=wrap;html=1;fillColor=#dae8fc;strokeColor=#6c8ebf;" value="Server&amp;nbsp;" vertex="1">
          <mxGeometry height="80" width="60" x="-880" y="1240" as="geometry" />
        </mxCell>
        <mxCell id="MGsdMgP7l0InPqgAwvWF-80" parent="1" style="rounded=0;whiteSpace=wrap;html=1;fillColor=#dae8fc;strokeColor=#6c8ebf;" value="Server&amp;nbsp;" vertex="1">
          <mxGeometry height="80" width="60" x="-800" y="1120" as="geometry" />
        </mxCell>
        <mxCell id="MGsdMgP7l0InPqgAwvWF-81" parent="1" style="rounded=0;whiteSpace=wrap;html=1;fillColor=#dae8fc;strokeColor=#6c8ebf;" value="Server&amp;nbsp;" vertex="1">
          <mxGeometry height="80" width="60" x="-720" y="1240" as="geometry" />
        </mxCell>
        <mxCell id="MGsdMgP7l0InPqgAwvWF-82" edge="1" parent="1" source="MGsdMgP7l0InPqgAwvWF-79" style="endArrow=classic;startArrow=classic;html=1;rounded=0;entryX=0;entryY=0.75;entryDx=0;entryDy=0;exitX=0.5;exitY=0;exitDx=0;exitDy=0;" target="MGsdMgP7l0InPqgAwvWF-80" value="">
          <mxGeometry height="50" relative="1" width="50" as="geometry">
            <mxPoint x="-920" y="1280" as="sourcePoint" />
            <mxPoint x="-870" y="1230" as="targetPoint" />
          </mxGeometry>
        </mxCell>
        <mxCell id="MGsdMgP7l0InPqgAwvWF-83" edge="1" parent="1" source="MGsdMgP7l0InPqgAwvWF-79" style="endArrow=classic;startArrow=classic;html=1;rounded=0;entryX=0;entryY=0.25;entryDx=0;entryDy=0;exitX=0.5;exitY=1;exitDx=0;exitDy=0;" target="MGsdMgP7l0InPqgAwvWF-84" value="">
          <mxGeometry height="50" relative="1" width="50" as="geometry">
            <mxPoint x="-890" y="1470" as="sourcePoint" />
            <mxPoint x="-780" y="1400" as="targetPoint" />
          </mxGeometry>
        </mxCell>
        <mxCell id="MGsdMgP7l0InPqgAwvWF-84" parent="1" style="rounded=0;whiteSpace=wrap;html=1;fillColor=#dae8fc;strokeColor=#6c8ebf;" value="Server&amp;nbsp;" vertex="1">
          <mxGeometry height="80" width="60" x="-800" y="1360" as="geometry" />
        </mxCell>
        <mxCell id="MGsdMgP7l0InPqgAwvWF-85" edge="1" parent="1" style="endArrow=classic;startArrow=classic;html=1;rounded=0;entryX=0.5;entryY=0;entryDx=0;entryDy=0;exitX=0.5;exitY=0;exitDx=0;exitDy=0;" target="MGsdMgP7l0InPqgAwvWF-81" value="">
          <mxGeometry height="50" relative="1" width="50" as="geometry">
            <mxPoint x="-740" y="1180" as="sourcePoint" />
            <mxPoint x="-690" y="1250" as="targetPoint" />
          </mxGeometry>
        </mxCell>
        <mxCell id="MGsdMgP7l0InPqgAwvWF-86" edge="1" parent="1" source="MGsdMgP7l0InPqgAwvWF-81" style="endArrow=classic;startArrow=classic;html=1;rounded=0;entryX=1;entryY=0.25;entryDx=0;entryDy=0;exitX=0.5;exitY=1;exitDx=0;exitDy=0;" target="MGsdMgP7l0InPqgAwvWF-84" value="">
          <mxGeometry height="50" relative="1" width="50" as="geometry">
            <mxPoint x="-560" y="1460" as="sourcePoint" />
            <mxPoint x="-450" y="1560" as="targetPoint" />
          </mxGeometry>
        </mxCell>
        <mxCell id="MGsdMgP7l0InPqgAwvWF-88" edge="1" parent="1" style="endArrow=classic;startArrow=classic;html=1;rounded=0;entryX=0;entryY=0.5;entryDx=0;entryDy=0;exitX=0.5;exitY=1;exitDx=0;exitDy=0;" target="MGsdMgP7l0InPqgAwvWF-81" value="">
          <mxGeometry height="50" relative="1" width="50" as="geometry">
            <mxPoint x="-820" y="1280" as="sourcePoint" />
            <mxPoint x="-770" y="1340" as="targetPoint" />
          </mxGeometry>
        </mxCell>
        <mxCell id="MGsdMgP7l0InPqgAwvWF-89" parent="1" style="rounded=0;whiteSpace=wrap;html=1;fillColor=#dae8fc;strokeColor=#6c8ebf;" value="Server&amp;nbsp;" vertex="1">
          <mxGeometry height="80" width="60" x="-920" y="1640" as="geometry" />
        </mxCell>
        <mxCell id="MGsdMgP7l0InPqgAwvWF-90" parent="1" style="rounded=0;whiteSpace=wrap;html=1;fillColor=#dae8fc;strokeColor=#6c8ebf;" value="Server&amp;nbsp;" vertex="1">
          <mxGeometry height="80" width="60" x="-800" y="1520" as="geometry" />
        </mxCell>
        <mxCell id="MGsdMgP7l0InPqgAwvWF-91" parent="1" style="rounded=0;whiteSpace=wrap;html=1;fillColor=#dae8fc;strokeColor=#6c8ebf;" value="Server&amp;nbsp;" vertex="1">
          <mxGeometry height="80" width="60" x="-680" y="1640" as="geometry" />
        </mxCell>
        <mxCell id="MGsdMgP7l0InPqgAwvWF-94" parent="1" style="rounded=0;whiteSpace=wrap;html=1;fillColor=#dae8fc;strokeColor=#6c8ebf;" value="Server&amp;nbsp;" vertex="1">
          <mxGeometry height="80" width="60" x="-800" y="1760" as="geometry" />
        </mxCell>
        <mxCell id="MGsdMgP7l0InPqgAwvWF-98" parent="1" style="rounded=0;whiteSpace=wrap;html=1;fillColor=#f8cecc;strokeColor=#b85450;" value="Server&amp;nbsp;" vertex="1">
          <mxGeometry height="80" width="60" x="-800" y="1640" as="geometry" />
        </mxCell>
        <mxCell id="MGsdMgP7l0InPqgAwvWF-99" edge="1" parent="1" style="endArrow=classic;html=1;rounded=0;entryX=0.5;entryY=1;entryDx=0;entryDy=0;" target="MGsdMgP7l0InPqgAwvWF-90" value="">
          <mxGeometry height="50" relative="1" width="50" as="geometry">
            <mxPoint x="-770" y="1640" as="sourcePoint" />
            <mxPoint x="-720" y="1590" as="targetPoint" />
          </mxGeometry>
        </mxCell>
        <mxCell id="MGsdMgP7l0InPqgAwvWF-100" edge="1" parent="1" style="endArrow=classic;html=1;rounded=0;" value="">
          <mxGeometry height="50" relative="1" width="50" as="geometry">
            <mxPoint x="-801" y="1680" as="sourcePoint" />
            <mxPoint x="-860" y="1680" as="targetPoint" />
          </mxGeometry>
        </mxCell>
        <mxCell id="MGsdMgP7l0InPqgAwvWF-101" edge="1" parent="1" source="MGsdMgP7l0InPqgAwvWF-98" style="endArrow=classic;html=1;rounded=0;exitX=0.5;exitY=1;exitDx=0;exitDy=0;" target="MGsdMgP7l0InPqgAwvWF-94" value="">
          <mxGeometry height="50" relative="1" width="50" as="geometry">
            <mxPoint x="-761" y="1730" as="sourcePoint" />
            <mxPoint x="-840" y="1730" as="targetPoint" />
          </mxGeometry>
        </mxCell>
        <mxCell id="MGsdMgP7l0InPqgAwvWF-102" edge="1" parent="1" style="endArrow=classic;html=1;rounded=0;entryX=0;entryY=0.5;entryDx=0;entryDy=0;" target="MGsdMgP7l0InPqgAwvWF-91" value="">
          <mxGeometry height="50" relative="1" width="50" as="geometry">
            <mxPoint x="-740" y="1679.5" as="sourcePoint" />
            <mxPoint x="-660" y="1680" as="targetPoint" />
          </mxGeometry>
        </mxCell>
        <mxCell id="kIgsmheDJQz7XmRfPmZH-1" parent="1" style="text;html=1;whiteSpace=wrap;strokeColor=none;fillColor=none;align=left;verticalAlign=middle;rounded=0;" value="&lt;div&gt;&lt;b&gt;Replication &lt;/b&gt;: Creating identical copies of all the data, and placing each copy on a different machine.&lt;/div&gt;&lt;div&gt;&lt;b&gt;Sharding&lt;/b&gt;: Splitting the data and placing each chunk on a different machine.&lt;/div&gt;" vertex="1">
          <mxGeometry height="70" width="570" x="-1220" y="2140" as="geometry" />
        </mxCell>
        <mxCell id="kIgsmheDJQz7XmRfPmZH-2" parent="1" style="shape=cylinder3;whiteSpace=wrap;html=1;boundedLbl=1;backgroundOutline=1;size=15;" value="Db Instance" vertex="1">
          <mxGeometry height="80" width="60" x="-1320" y="2380" as="geometry" />
        </mxCell>
        <mxCell id="kIgsmheDJQz7XmRfPmZH-4" parent="1" style="rounded=0;whiteSpace=wrap;html=1;" value="Client 1" vertex="1">
          <mxGeometry height="40" width="80" x="-1560" y="2320" as="geometry" />
        </mxCell>
        <mxCell id="kIgsmheDJQz7XmRfPmZH-6" parent="1" style="rounded=0;whiteSpace=wrap;html=1;" value="Client 2" vertex="1">
          <mxGeometry height="40" width="80" x="-1560" y="2400" as="geometry" />
        </mxCell>
        <mxCell id="kIgsmheDJQz7XmRfPmZH-7" parent="1" style="rounded=0;whiteSpace=wrap;html=1;" value="Client 3" vertex="1">
          <mxGeometry height="40" width="80" x="-1560" y="2480" as="geometry" />
        </mxCell>
        <mxCell id="kIgsmheDJQz7XmRfPmZH-8" edge="1" parent="1" style="endArrow=classic;html=1;rounded=0;entryX=0;entryY=0;entryDx=0;entryDy=27.5;entryPerimeter=0;" target="kIgsmheDJQz7XmRfPmZH-2" value="">
          <mxGeometry height="50" relative="1" width="50" as="geometry">
            <mxPoint x="-1480" y="2340" as="sourcePoint" />
            <mxPoint x="-1430" y="2290" as="targetPoint" />
          </mxGeometry>
        </mxCell>
        <mxCell id="kIgsmheDJQz7XmRfPmZH-9" edge="1" parent="1" style="endArrow=classic;html=1;rounded=0;entryX=0;entryY=0.5;entryDx=0;entryDy=0;entryPerimeter=0;" target="kIgsmheDJQz7XmRfPmZH-2" value="">
          <mxGeometry height="50" relative="1" width="50" as="geometry">
            <mxPoint x="-1480" y="2420" as="sourcePoint" />
            <mxPoint x="-1320" y="2485" as="targetPoint" />
          </mxGeometry>
        </mxCell>
        <mxCell id="kIgsmheDJQz7XmRfPmZH-10" edge="1" parent="1" style="endArrow=classic;html=1;rounded=0;entryX=0;entryY=0;entryDx=0;entryDy=52.5;entryPerimeter=0;" target="kIgsmheDJQz7XmRfPmZH-2" value="">
          <mxGeometry height="50" relative="1" width="50" as="geometry">
            <mxPoint x="-1480" y="2499.52" as="sourcePoint" />
            <mxPoint x="-1320" y="2499.52" as="targetPoint" />
          </mxGeometry>
        </mxCell>
        <mxCell id="kIgsmheDJQz7XmRfPmZH-12" parent="1" style="rounded=0;whiteSpace=wrap;html=1;fillColor=none;dashed=1;dashPattern=8 8;strokeColor=#FF6666;strokeWidth=2;" value="" vertex="1">
          <mxGeometry height="120" width="120" x="-1350" y="2360" as="geometry" />
        </mxCell>
        <mxCell id="kIgsmheDJQz7XmRfPmZH-13" parent="1" style="text;whiteSpace=wrap;html=1;" value="&lt;font&gt;If all data is stored on a single machine, any network disruption — such as a router failure — could make that node unreachable, preventing the business from operating until connectivity is restored.&lt;/font&gt;" vertex="1">
          <mxGeometry height="40" width="560" x="-1560" y="2240" as="geometry" />
        </mxCell>
        <mxCell id="kIgsmheDJQz7XmRfPmZH-15" parent="1" style="shape=cylinder3;whiteSpace=wrap;html=1;boundedLbl=1;backgroundOutline=1;size=15;" value="Replica" vertex="1">
          <mxGeometry height="80" width="60" x="-620" y="2440" as="geometry" />
        </mxCell>
        <mxCell id="kIgsmheDJQz7XmRfPmZH-16" parent="1" style="rounded=0;whiteSpace=wrap;html=1;" value="Client 1" vertex="1">
          <mxGeometry height="40" width="80" x="-880" y="2320" as="geometry" />
        </mxCell>
        <mxCell id="kIgsmheDJQz7XmRfPmZH-17" parent="1" style="rounded=0;whiteSpace=wrap;html=1;" value="Client 2" vertex="1">
          <mxGeometry height="40" width="80" x="-880" y="2400" as="geometry" />
        </mxCell>
        <mxCell id="kIgsmheDJQz7XmRfPmZH-18" parent="1" style="rounded=0;whiteSpace=wrap;html=1;" value="Client 3" vertex="1">
          <mxGeometry height="40" width="80" x="-880" y="2480" as="geometry" />
        </mxCell>
        <mxCell id="kIgsmheDJQz7XmRfPmZH-19" edge="1" parent="1" style="endArrow=classic;html=1;rounded=0;entryX=0;entryY=0;entryDx=0;entryDy=27.5;entryPerimeter=0;" target="kIgsmheDJQz7XmRfPmZH-15" value="">
          <mxGeometry height="50" relative="1" width="50" as="geometry">
            <mxPoint x="-800" y="2340" as="sourcePoint" />
            <mxPoint x="-750" y="2290" as="targetPoint" />
          </mxGeometry>
        </mxCell>
        <mxCell id="kIgsmheDJQz7XmRfPmZH-20" edge="1" parent="1" style="endArrow=classic;html=1;rounded=0;entryX=0;entryY=0.5;entryDx=0;entryDy=0;entryPerimeter=0;" target="kIgsmheDJQz7XmRfPmZH-15" value="">
          <mxGeometry height="50" relative="1" width="50" as="geometry">
            <mxPoint x="-800" y="2420" as="sourcePoint" />
            <mxPoint x="-640" y="2485" as="targetPoint" />
          </mxGeometry>
        </mxCell>
        <mxCell id="kIgsmheDJQz7XmRfPmZH-21" edge="1" parent="1" style="endArrow=classic;html=1;rounded=0;entryX=0;entryY=0;entryDx=0;entryDy=52.5;entryPerimeter=0;" target="kIgsmheDJQz7XmRfPmZH-15" value="">
          <mxGeometry height="50" relative="1" width="50" as="geometry">
            <mxPoint x="-800" y="2499.52" as="sourcePoint" />
            <mxPoint x="-640" y="2499.52" as="targetPoint" />
          </mxGeometry>
        </mxCell>
        <mxCell id="kIgsmheDJQz7XmRfPmZH-23" parent="1" style="shape=cylinder3;whiteSpace=wrap;html=1;boundedLbl=1;backgroundOutline=1;size=15;" value="Master" vertex="1">
          <mxGeometry height="80" width="60" x="-620" y="2310" as="geometry" />
        </mxCell>
        <mxCell id="kIgsmheDJQz7XmRfPmZH-24" parent="1" style="rounded=0;whiteSpace=wrap;html=1;fillColor=none;dashed=1;dashPattern=8 8;strokeColor=#FF6666;strokeWidth=2;" value="" vertex="1">
          <mxGeometry height="100" width="100" x="-640" y="2300" as="geometry" />
        </mxCell>
        <mxCell id="kIgsmheDJQz7XmRfPmZH-25" parent="1" style="text;whiteSpace=wrap;html=1;" value="By maintaining replicas of our data on separate machines, we ensure that if the primary database instance becomes unavailable, the replicas can still provide access to the data and maintain business continuity." vertex="1">
          <mxGeometry height="40" width="640" x="-880" y="2240" as="geometry" />
        </mxCell>
        <mxCell id="kIgsmheDJQz7XmRfPmZH-26" parent="1" style="shape=cylinder3;whiteSpace=wrap;html=1;boundedLbl=1;backgroundOutline=1;size=15;" value="Slave" vertex="1">
          <mxGeometry height="80" width="60" x="-1300" y="2850" as="geometry" />
        </mxCell>
        <mxCell id="kIgsmheDJQz7XmRfPmZH-27" parent="1" style="rounded=0;whiteSpace=wrap;html=1;" value="Client 1" vertex="1">
          <mxGeometry height="40" width="80" x="-1560" y="2730" as="geometry" />
        </mxCell>
        <mxCell id="kIgsmheDJQz7XmRfPmZH-28" parent="1" style="rounded=0;whiteSpace=wrap;html=1;" value="Client 2" vertex="1">
          <mxGeometry height="40" width="80" x="-1560" y="2810" as="geometry" />
        </mxCell>
        <mxCell id="kIgsmheDJQz7XmRfPmZH-29" parent="1" style="rounded=0;whiteSpace=wrap;html=1;" value="Client 3" vertex="1">
          <mxGeometry height="40" width="80" x="-1560" y="2890" as="geometry" />
        </mxCell>
        <mxCell id="kIgsmheDJQz7XmRfPmZH-30" edge="1" parent="1" style="endArrow=classic;html=1;rounded=0;entryX=0;entryY=0.5;entryDx=0;entryDy=0;entryPerimeter=0;" target="kIgsmheDJQz7XmRfPmZH-33" value="">
          <mxGeometry height="50" relative="1" width="50" as="geometry">
            <mxPoint x="-1480" y="2750" as="sourcePoint" />
            <mxPoint x="-1330" y="2750" as="targetPoint" />
          </mxGeometry>
        </mxCell>
        <mxCell id="kIgsmheDJQz7XmRfPmZH-31" edge="1" parent="1" style="endArrow=classic;html=1;rounded=0;entryX=0;entryY=0.5;entryDx=0;entryDy=0;entryPerimeter=0;" target="kIgsmheDJQz7XmRfPmZH-26" value="">
          <mxGeometry height="50" relative="1" width="50" as="geometry">
            <mxPoint x="-1480" y="2830" as="sourcePoint" />
            <mxPoint x="-1320" y="2895" as="targetPoint" />
          </mxGeometry>
        </mxCell>
        <mxCell id="kIgsmheDJQz7XmRfPmZH-32" edge="1" parent="1" style="endArrow=classic;html=1;rounded=0;entryX=0;entryY=0;entryDx=0;entryDy=52.5;entryPerimeter=0;" target="kIgsmheDJQz7XmRfPmZH-26" value="">
          <mxGeometry height="50" relative="1" width="50" as="geometry">
            <mxPoint x="-1480" y="2909.52" as="sourcePoint" />
            <mxPoint x="-1320" y="2909.52" as="targetPoint" />
          </mxGeometry>
        </mxCell>
        <mxCell id="kIgsmheDJQz7XmRfPmZH-33" parent="1" style="shape=cylinder3;whiteSpace=wrap;html=1;boundedLbl=1;backgroundOutline=1;size=15;" value="Master" vertex="1">
          <mxGeometry height="80" width="60" x="-1300" y="2710" as="geometry" />
        </mxCell>
        <mxCell id="kIgsmheDJQz7XmRfPmZH-35" parent="1" style="text;html=1;whiteSpace=wrap;strokeColor=none;fillColor=none;align=center;verticalAlign=middle;rounded=0;" value="Write (X=20)" vertex="1">
          <mxGeometry height="30" width="90" x="-1440" y="2720" as="geometry" />
        </mxCell>
        <mxCell id="kIgsmheDJQz7XmRfPmZH-36" edge="1" parent="1" style="endArrow=classic;html=1;rounded=0;entryX=0.5;entryY=0;entryDx=0;entryDy=0;entryPerimeter=0;dashed=1;dashPattern=8 8;" target="kIgsmheDJQz7XmRfPmZH-26" value="">
          <mxGeometry height="50" relative="1" width="50" as="geometry">
            <mxPoint x="-1270" y="2790" as="sourcePoint" />
            <mxPoint x="-1220" y="2740" as="targetPoint" />
          </mxGeometry>
        </mxCell>
        <mxCell id="kIgsmheDJQz7XmRfPmZH-37" parent="1" style="shape=cylinder3;whiteSpace=wrap;html=1;boundedLbl=1;backgroundOutline=1;size=15;" value="Slave" vertex="1">
          <mxGeometry height="80" width="60" x="-860" y="2850" as="geometry" />
        </mxCell>
        <mxCell id="kIgsmheDJQz7XmRfPmZH-38" parent="1" style="rounded=0;whiteSpace=wrap;html=1;" value="Client 1" vertex="1">
          <mxGeometry height="40" width="80" x="-1120" y="2730" as="geometry" />
        </mxCell>
        <mxCell id="kIgsmheDJQz7XmRfPmZH-39" parent="1" style="rounded=0;whiteSpace=wrap;html=1;" value="Client 2" vertex="1">
          <mxGeometry height="40" width="80" x="-1120" y="2810" as="geometry" />
        </mxCell>
        <mxCell id="kIgsmheDJQz7XmRfPmZH-40" parent="1" style="rounded=0;whiteSpace=wrap;html=1;" value="Client 3" vertex="1">
          <mxGeometry height="40" width="80" x="-1120" y="2890" as="geometry" />
        </mxCell>
        <mxCell id="kIgsmheDJQz7XmRfPmZH-41" edge="1" parent="1" style="endArrow=classic;html=1;rounded=0;entryX=0;entryY=0;entryDx=0;entryDy=15;entryPerimeter=0;" target="kIgsmheDJQz7XmRfPmZH-37" value="">
          <mxGeometry height="50" relative="1" width="50" as="geometry">
            <mxPoint x="-1040" y="2750" as="sourcePoint" />
            <mxPoint x="-890" y="2750" as="targetPoint" />
          </mxGeometry>
        </mxCell>
        <mxCell id="kIgsmheDJQz7XmRfPmZH-42" edge="1" parent="1" style="endArrow=classic;html=1;rounded=0;entryX=0;entryY=0.5;entryDx=0;entryDy=0;entryPerimeter=0;" target="kIgsmheDJQz7XmRfPmZH-37" value="">
          <mxGeometry height="50" relative="1" width="50" as="geometry">
            <mxPoint x="-1040" y="2830" as="sourcePoint" />
            <mxPoint x="-880" y="2895" as="targetPoint" />
          </mxGeometry>
        </mxCell>
        <mxCell id="kIgsmheDJQz7XmRfPmZH-43" edge="1" parent="1" style="endArrow=classic;html=1;rounded=0;entryX=0;entryY=0;entryDx=0;entryDy=52.5;entryPerimeter=0;" target="kIgsmheDJQz7XmRfPmZH-37" value="">
          <mxGeometry height="50" relative="1" width="50" as="geometry">
            <mxPoint x="-1040" y="2909.52" as="sourcePoint" />
            <mxPoint x="-880" y="2909.52" as="targetPoint" />
          </mxGeometry>
        </mxCell>
        <mxCell id="kIgsmheDJQz7XmRfPmZH-44" parent="1" style="shape=cylinder3;whiteSpace=wrap;html=1;boundedLbl=1;backgroundOutline=1;size=15;" value="Master" vertex="1">
          <mxGeometry height="80" width="60" x="-860" y="2710" as="geometry" />
        </mxCell>
        <mxCell id="kIgsmheDJQz7XmRfPmZH-45" parent="1" style="text;html=1;whiteSpace=wrap;strokeColor=none;fillColor=none;align=center;verticalAlign=middle;rounded=0;" value="Write (X=20)" vertex="1">
          <mxGeometry height="30" width="90" x="-990" y="2770" as="geometry" />
        </mxCell>
        <mxCell id="kIgsmheDJQz7XmRfPmZH-46" edge="1" parent="1" style="endArrow=classic;html=1;rounded=0;entryX=0.5;entryY=0;entryDx=0;entryDy=0;entryPerimeter=0;dashed=1;dashPattern=8 8;" target="kIgsmheDJQz7XmRfPmZH-37" value="">
          <mxGeometry height="50" relative="1" width="50" as="geometry">
            <mxPoint x="-830" y="2790" as="sourcePoint" />
            <mxPoint x="-780" y="2740" as="targetPoint" />
          </mxGeometry>
        </mxCell>
        <mxCell id="kIgsmheDJQz7XmRfPmZH-47" parent="1" style="text;html=1;whiteSpace=wrap;strokeColor=none;fillColor=none;align=center;verticalAlign=middle;rounded=0;fontStyle=1" value="Master - Slave Architecture - Failover" vertex="1">
          <mxGeometry height="30" width="280" x="-1275" y="2610" as="geometry" />
        </mxCell>
        <mxCell id="kIgsmheDJQz7XmRfPmZH-48" edge="1" parent="1" style="endArrow=none;html=1;rounded=0;strokeWidth=3;strokeColor=light-dark(#ff0000, #ededed);" value="">
          <mxGeometry height="50" relative="1" width="50" as="geometry">
            <mxPoint x="-790" y="2792" as="sourcePoint" />
            <mxPoint x="-870" y="2712" as="targetPoint" />
          </mxGeometry>
        </mxCell>
        <mxCell id="kIgsmheDJQz7XmRfPmZH-49" edge="1" parent="1" style="endArrow=none;html=1;rounded=0;strokeWidth=3;strokeColor=light-dark(#ff0000, #ededed);" value="">
          <mxGeometry height="50" relative="1" width="50" as="geometry">
            <mxPoint x="-870" y="2792" as="sourcePoint" />
            <mxPoint x="-790" y="2712" as="targetPoint" />
          </mxGeometry>
        </mxCell>
        <mxCell id="kIgsmheDJQz7XmRfPmZH-52" parent="1" style="text;html=1;whiteSpace=wrap;strokeColor=none;fillColor=none;align=center;verticalAlign=middle;rounded=0;" value="Read&amp;nbsp;" vertex="1">
          <mxGeometry height="30" width="90" x="-1010" y="2870" as="geometry" />
        </mxCell>
        <mxCell id="kIgsmheDJQz7XmRfPmZH-53" edge="1" parent="1" style="endArrow=classic;html=1;rounded=0;strokeColor=light-dark(#008080, #ededed);strokeWidth=2;" value="">
          <mxGeometry height="50" relative="1" width="50" as="geometry">
            <mxPoint x="-800" y="2902.52" as="sourcePoint" />
            <mxPoint x="-740" y="2902.52" as="targetPoint" />
          </mxGeometry>
        </mxCell>
        <mxCell id="kIgsmheDJQz7XmRfPmZH-54" parent="1" style="text;html=1;whiteSpace=wrap;strokeColor=none;fillColor=none;align=center;verticalAlign=middle;rounded=0;" value="&lt;b&gt;Master&lt;/b&gt;" vertex="1">
          <mxGeometry height="30" width="55" x="-740" y="2888" as="geometry" />
        </mxCell>
        <mxCell id="kIgsmheDJQz7XmRfPmZH-56" parent="1" style="text;html=1;whiteSpace=wrap;strokeColor=none;fillColor=none;align=center;verticalAlign=middle;rounded=0;" value="Read&amp;nbsp;" vertex="1">
          <mxGeometry height="30" width="90" x="-1450" y="2870" as="geometry" />
        </mxCell>
        <mxCell id="kIgsmheDJQz7XmRfPmZH-57" parent="1" style="text;html=1;whiteSpace=wrap;strokeColor=none;fillColor=none;align=center;verticalAlign=middle;rounded=0;fontStyle=1" value="Master - Master Architecture - Failover" vertex="1">
          <mxGeometry height="30" width="260" x="-1260" y="3080" as="geometry" />
        </mxCell>
        <mxCell id="kIgsmheDJQz7XmRfPmZH-58" parent="1" style="shape=cylinder3;whiteSpace=wrap;html=1;boundedLbl=1;backgroundOutline=1;size=15;" value="Master" vertex="1">
          <mxGeometry height="80" width="60" x="-1300" y="3270" as="geometry" />
        </mxCell>
        <mxCell id="kIgsmheDJQz7XmRfPmZH-59" parent="1" style="rounded=0;whiteSpace=wrap;html=1;" value="Client 1" vertex="1">
          <mxGeometry height="40" width="80" x="-1560" y="3150" as="geometry" />
        </mxCell>
        <mxCell id="kIgsmheDJQz7XmRfPmZH-60" parent="1" style="rounded=0;whiteSpace=wrap;html=1;" value="Client 2" vertex="1">
          <mxGeometry height="40" width="80" x="-1560" y="3230" as="geometry" />
        </mxCell>
        <mxCell id="kIgsmheDJQz7XmRfPmZH-61" parent="1" style="rounded=0;whiteSpace=wrap;html=1;" value="Client 3" vertex="1">
          <mxGeometry height="40" width="80" x="-1560" y="3310" as="geometry" />
        </mxCell>
        <mxCell id="kIgsmheDJQz7XmRfPmZH-62" edge="1" parent="1" style="endArrow=classic;html=1;rounded=0;entryX=0;entryY=0.5;entryDx=0;entryDy=0;entryPerimeter=0;" target="kIgsmheDJQz7XmRfPmZH-65" value="">
          <mxGeometry height="50" relative="1" width="50" as="geometry">
            <mxPoint x="-1480" y="3170" as="sourcePoint" />
            <mxPoint x="-1330" y="3170" as="targetPoint" />
          </mxGeometry>
        </mxCell>
        <mxCell id="kIgsmheDJQz7XmRfPmZH-63" edge="1" parent="1" style="endArrow=classic;html=1;rounded=0;entryX=0;entryY=0.5;entryDx=0;entryDy=0;entryPerimeter=0;" target="kIgsmheDJQz7XmRfPmZH-58" value="">
          <mxGeometry height="50" relative="1" width="50" as="geometry">
            <mxPoint x="-1480" y="3250" as="sourcePoint" />
            <mxPoint x="-1320" y="3315" as="targetPoint" />
          </mxGeometry>
        </mxCell>
        <mxCell id="kIgsmheDJQz7XmRfPmZH-64" edge="1" parent="1" style="endArrow=classic;html=1;rounded=0;entryX=0;entryY=0;entryDx=0;entryDy=52.5;entryPerimeter=0;" target="kIgsmheDJQz7XmRfPmZH-58" value="">
          <mxGeometry height="50" relative="1" width="50" as="geometry">
            <mxPoint x="-1480" y="3329.52" as="sourcePoint" />
            <mxPoint x="-1320" y="3329.52" as="targetPoint" />
          </mxGeometry>
        </mxCell>
        <mxCell id="kIgsmheDJQz7XmRfPmZH-65" parent="1" style="shape=cylinder3;whiteSpace=wrap;html=1;boundedLbl=1;backgroundOutline=1;size=15;" value="Master" vertex="1">
          <mxGeometry height="80" width="60" x="-1300" y="3130" as="geometry" />
        </mxCell>
        <mxCell id="kIgsmheDJQz7XmRfPmZH-66" parent="1" style="text;html=1;whiteSpace=wrap;strokeColor=none;fillColor=none;align=center;verticalAlign=middle;rounded=0;" value="Write" vertex="1">
          <mxGeometry height="30" width="90" x="-1440" y="3140" as="geometry" />
        </mxCell>
        <mxCell id="kIgsmheDJQz7XmRfPmZH-68" parent="1" style="text;html=1;whiteSpace=wrap;strokeColor=none;fillColor=none;align=center;verticalAlign=middle;rounded=0;" value="Read&amp;nbsp;" vertex="1">
          <mxGeometry height="30" width="90" x="-1450" y="3290" as="geometry" />
        </mxCell>
        <mxCell id="kIgsmheDJQz7XmRfPmZH-69" parent="1" style="rounded=0;whiteSpace=wrap;html=1;" value="Client 3" vertex="1">
          <mxGeometry height="40" width="80" x="-1560" y="3390" as="geometry" />
        </mxCell>
        <mxCell id="kIgsmheDJQz7XmRfPmZH-70" parent="1" style="shape=cylinder3;whiteSpace=wrap;html=1;boundedLbl=1;backgroundOutline=1;size=15;" value="Master" vertex="1">
          <mxGeometry height="80" width="60" x="-1300" y="3410" as="geometry" />
        </mxCell>
        <mxCell id="kIgsmheDJQz7XmRfPmZH-71" parent="1" style="rounded=0;whiteSpace=wrap;html=1;" value="Client 3" vertex="1">
          <mxGeometry height="40" width="80" x="-1560" y="3470" as="geometry" />
        </mxCell>
        <mxCell id="kIgsmheDJQz7XmRfPmZH-72" edge="1" parent="1" style="endArrow=classic;html=1;rounded=0;entryX=0;entryY=1;entryDx=0;entryDy=-15;entryPerimeter=0;" target="kIgsmheDJQz7XmRfPmZH-65" value="">
          <mxGeometry height="50" relative="1" width="50" as="geometry">
            <mxPoint x="-1480" y="3246.52" as="sourcePoint" />
            <mxPoint x="-1300" y="3240" as="targetPoint" />
          </mxGeometry>
        </mxCell>
        <mxCell id="kIgsmheDJQz7XmRfPmZH-73" parent="1" style="text;html=1;whiteSpace=wrap;strokeColor=none;fillColor=none;align=center;verticalAlign=middle;rounded=0;" value="Read&amp;nbsp;" vertex="1">
          <mxGeometry height="30" width="90" x="-1460" y="3200" as="geometry" />
        </mxCell>
        <mxCell id="kIgsmheDJQz7XmRfPmZH-74" edge="1" parent="1" style="endArrow=classic;html=1;rounded=0;entryX=0;entryY=1;entryDx=0;entryDy=-15;entryPerimeter=0;" target="kIgsmheDJQz7XmRfPmZH-58" value="">
          <mxGeometry height="50" relative="1" width="50" as="geometry">
            <mxPoint x="-1480" y="3410" as="sourcePoint" />
            <mxPoint x="-1300" y="3410" as="targetPoint" />
          </mxGeometry>
        </mxCell>
        <mxCell id="kIgsmheDJQz7XmRfPmZH-75" edge="1" parent="1" style="endArrow=classic;html=1;rounded=0;entryX=0;entryY=0;entryDx=0;entryDy=52.5;entryPerimeter=0;" target="kIgsmheDJQz7XmRfPmZH-70" value="">
          <mxGeometry height="50" relative="1" width="50" as="geometry">
            <mxPoint x="-1480" y="3490" as="sourcePoint" />
            <mxPoint x="-1300" y="3415" as="targetPoint" />
          </mxGeometry>
        </mxCell>
        <mxCell id="kIgsmheDJQz7XmRfPmZH-76" edge="1" parent="1" style="endArrow=classic;html=1;rounded=0;entryX=0;entryY=0.5;entryDx=0;entryDy=0;entryPerimeter=0;" target="kIgsmheDJQz7XmRfPmZH-70" value="">
          <mxGeometry height="50" relative="1" width="50" as="geometry">
            <mxPoint x="-1480" y="3417" as="sourcePoint" />
            <mxPoint x="-1305" y="3390" as="targetPoint" />
          </mxGeometry>
        </mxCell>
        <mxCell id="kIgsmheDJQz7XmRfPmZH-77" parent="1" style="text;html=1;whiteSpace=wrap;strokeColor=none;fillColor=none;align=center;verticalAlign=middle;rounded=0;" value="Write" vertex="1">
          <mxGeometry height="30" width="90" x="-1450" y="3350" as="geometry" />
        </mxCell>
        <mxCell id="kIgsmheDJQz7XmRfPmZH-80" parent="1" style="text;html=1;whiteSpace=wrap;strokeColor=none;fillColor=none;align=center;verticalAlign=middle;rounded=0;" value="Read&amp;nbsp;" vertex="1">
          <mxGeometry height="30" width="90" x="-1450" y="3440" as="geometry" />
        </mxCell>
        <mxCell id="kIgsmheDJQz7XmRfPmZH-81" parent="1" style="text;html=1;whiteSpace=wrap;strokeColor=none;fillColor=none;align=center;verticalAlign=middle;rounded=0;" value="Write" vertex="1">
          <mxGeometry height="30" width="90" x="-1440" y="3410" as="geometry" />
        </mxCell>
        <mxCell id="kIgsmheDJQz7XmRfPmZH-82" parent="1" style="text;html=1;whiteSpace=wrap;strokeColor=none;fillColor=none;align=center;verticalAlign=middle;rounded=0;" value="Write" vertex="1">
          <mxGeometry height="30" width="90" x="-1430" y="3250" as="geometry" />
        </mxCell>
        <mxCell id="kIgsmheDJQz7XmRfPmZH-83" parent="1" style="text;whiteSpace=wrap;html=1;" value="In a two-node master–slave architecture, data written to the master may not appear immediately on replicas, causing temporary inconsistencies. Once the updates are propagated, all replicas become consistent again — a model known as eventual consistency." vertex="1">
          <mxGeometry height="40" width="880" x="-1560" y="2640" as="geometry" />
        </mxCell>
        <mxCell id="kIgsmheDJQz7XmRfPmZH-84" parent="1" style="text;html=1;whiteSpace=wrap;strokeColor=none;fillColor=none;align=left;verticalAlign=middle;rounded=0;" value="&lt;div&gt;&lt;b&gt;Eventual Consistency&amp;nbsp;&lt;/b&gt;&lt;/div&gt;&lt;div&gt;&lt;br&gt;&lt;/div&gt;&lt;div&gt;&lt;ul&gt;&lt;li&gt;In this model, if no further updates are made, eventually all readers will have access to the newest data.&lt;/li&gt;&lt;li&gt;However temporarily some readers may see stale data&lt;/li&gt;&lt;li&gt;Provides lower latency and higher availability&amp;nbsp;&lt;/li&gt;&lt;li&gt;Good choice for systems that do not need to have the most up to date data across the board.&lt;/li&gt;&lt;li&gt;Examples:&lt;/li&gt;&lt;ul&gt;&lt;li&gt;Posts/updates to social media profile&lt;/li&gt;&lt;li&gt;Analytics for product ratings and number of reviews&lt;/li&gt;&lt;/ul&gt;&lt;/ul&gt;&lt;/div&gt;" vertex="1">
          <mxGeometry height="160" width="640" x="-640" y="2640" as="geometry" />
        </mxCell>
        <mxCell id="kIgsmheDJQz7XmRfPmZH-86" parent="1" style="text;html=1;whiteSpace=wrap;strokeColor=none;fillColor=none;align=left;verticalAlign=middle;rounded=0;" value="&lt;div&gt;&lt;b&gt;Strict Consistency&lt;/b&gt;&amp;nbsp;&lt;/div&gt;&lt;div&gt;&lt;br&gt;&lt;/div&gt;&lt;div&gt;&lt;ul&gt;&lt;li&gt;In Strict Consistency, the writer will not get an acknowledgement until we can guarantee that all the readers will see the new data.&lt;/li&gt;&lt;li&gt;Slows down operations and limits system&#39;s availability (if some replicas are temporarily not accessible)&lt;/li&gt;&lt;li&gt;Essential for systems that need to be consistent across all the services.&lt;/li&gt;&lt;li&gt;Examples:&lt;/li&gt;&lt;ul&gt;&lt;li&gt;User&#39;s Account&lt;/li&gt;&lt;li&gt;Number of items in a store&#39;s inventory&amp;nbsp;&lt;/li&gt;&lt;li&gt;Available/Booked seats in a theater&lt;/li&gt;&lt;/ul&gt;&lt;/ul&gt;&lt;/div&gt;" vertex="1">
          <mxGeometry height="200" width="480" x="-880" y="3120" as="geometry" />
        </mxCell>
        <mxCell id="kIgsmheDJQz7XmRfPmZH-87" parent="1" style="text;html=1;whiteSpace=wrap;strokeColor=none;fillColor=none;align=left;verticalAlign=middle;rounded=0;" value="&lt;div&gt;Quorum Consensus - Record Version&lt;/div&gt;&lt;div&gt;&lt;br&gt;&lt;/div&gt;" vertex="1">
          <mxGeometry height="30" width="360" x="-880" y="3330" as="geometry" />
        </mxCell>
        <mxCell id="kIgsmheDJQz7XmRfPmZH-88" parent="1" style="text;html=1;whiteSpace=wrap;strokeColor=none;fillColor=none;align=center;verticalAlign=middle;rounded=0;" value="Record:&amp;nbsp;" vertex="1">
          <mxGeometry height="30" width="80" x="-880" y="3365" as="geometry" />
        </mxCell>
        <mxCell id="kIgsmheDJQz7XmRfPmZH-89" parent="1" style="rounded=0;whiteSpace=wrap;html=1;fillColor=#fff2cc;strokeColor=#d6b656;" value="Key" vertex="1">
          <mxGeometry height="40" width="80" x="-800" y="3360" as="geometry" />
        </mxCell>
        <mxCell id="kIgsmheDJQz7XmRfPmZH-90" parent="1" style="rounded=0;whiteSpace=wrap;html=1;fillColor=#fff2cc;strokeColor=#d6b656;" value="Data" vertex="1">
          <mxGeometry height="40" width="80" x="-720" y="3360" as="geometry" />
        </mxCell>
        <mxCell id="kIgsmheDJQz7XmRfPmZH-91" parent="1" style="rounded=0;whiteSpace=wrap;html=1;fillColor=#f8cecc;strokeColor=#b85450;" value="Version" vertex="1">
          <mxGeometry height="40" width="80" x="-640" y="3360" as="geometry" />
        </mxCell>
        <mxCell id="kIgsmheDJQz7XmRfPmZH-92" parent="1" style="text;html=1;whiteSpace=wrap;strokeColor=none;fillColor=none;align=left;verticalAlign=middle;rounded=0;" value="Every update to a record increments the version number" vertex="1">
          <mxGeometry height="30" width="360" x="-880" y="3410" as="geometry" />
        </mxCell>
        <mxCell id="kIgsmheDJQz7XmRfPmZH-93" parent="1" style="text;html=1;whiteSpace=wrap;strokeColor=none;fillColor=none;align=center;verticalAlign=middle;rounded=0;" value="Old Record:" vertex="1">
          <mxGeometry height="30" width="80" x="-880" y="3445" as="geometry" />
        </mxCell>
        <mxCell id="kIgsmheDJQz7XmRfPmZH-94" parent="1" style="rounded=0;whiteSpace=wrap;html=1;fillColor=#fff2cc;strokeColor=#d6b656;" value="Key 1" vertex="1">
          <mxGeometry height="40" width="80" x="-800" y="3440" as="geometry" />
        </mxCell>
        <mxCell id="kIgsmheDJQz7XmRfPmZH-95" parent="1" style="rounded=0;whiteSpace=wrap;html=1;fillColor=#fff2cc;strokeColor=#d6b656;" value="Data 1" vertex="1">
          <mxGeometry height="40" width="80" x="-720" y="3440" as="geometry" />
        </mxCell>
        <mxCell id="kIgsmheDJQz7XmRfPmZH-96" parent="1" style="rounded=0;whiteSpace=wrap;html=1;fillColor=#f8cecc;strokeColor=#b85450;" value="1" vertex="1">
          <mxGeometry height="40" width="80" x="-640" y="3440" as="geometry" />
        </mxCell>
        <mxCell id="kIgsmheDJQz7XmRfPmZH-97" parent="1" style="text;html=1;whiteSpace=wrap;strokeColor=none;fillColor=none;align=center;verticalAlign=middle;rounded=0;" value="New Record:" vertex="1">
          <mxGeometry height="30" width="80" x="-880" y="3495" as="geometry" />
        </mxCell>
        <mxCell id="kIgsmheDJQz7XmRfPmZH-98" parent="1" style="rounded=0;whiteSpace=wrap;html=1;fillColor=#fff2cc;strokeColor=#d6b656;" value="Key 1" vertex="1">
          <mxGeometry height="40" width="80" x="-800" y="3490" as="geometry" />
        </mxCell>
        <mxCell id="kIgsmheDJQz7XmRfPmZH-99" parent="1" style="rounded=0;whiteSpace=wrap;html=1;fillColor=#fff2cc;strokeColor=#d6b656;" value="Data 2" vertex="1">
          <mxGeometry height="40" width="80" x="-720" y="3490" as="geometry" />
        </mxCell>
        <mxCell id="kIgsmheDJQz7XmRfPmZH-100" parent="1" style="rounded=0;whiteSpace=wrap;html=1;fillColor=#f8cecc;strokeColor=#b85450;" value="2" vertex="1">
          <mxGeometry height="40" width="80" x="-640" y="3490" as="geometry" />
        </mxCell>
        <mxCell id="kIgsmheDJQz7XmRfPmZH-102" parent="1" style="shape=cylinder3;whiteSpace=wrap;html=1;boundedLbl=1;backgroundOutline=1;size=15;fillColor=#d5e8d4;strokeColor=#82b366;" value="X = 20" vertex="1">
          <mxGeometry height="80" width="60" x="-1360" y="3760" as="geometry" />
        </mxCell>
        <mxCell id="kIgsmheDJQz7XmRfPmZH-103" parent="1" style="shape=cylinder3;whiteSpace=wrap;html=1;boundedLbl=1;backgroundOutline=1;size=15;fillColor=#d5e8d4;strokeColor=#82b366;" value="X = 20" vertex="1">
          <mxGeometry height="80" width="60" x="-1360" y="3910" as="geometry" />
        </mxCell>
        <mxCell id="kIgsmheDJQz7XmRfPmZH-104" parent="1" style="shape=cylinder3;whiteSpace=wrap;html=1;boundedLbl=1;backgroundOutline=1;size=15;fillColor=#d5e8d4;strokeColor=#82b366;" value="X = 20" vertex="1">
          <mxGeometry height="80" width="60" x="-1240" y="3830" as="geometry" />
        </mxCell>
        <mxCell id="kIgsmheDJQz7XmRfPmZH-105" parent="1" style="shape=cylinder3;whiteSpace=wrap;html=1;boundedLbl=1;backgroundOutline=1;size=15;fillColor=#fff2cc;strokeColor=#d6b656;" value="X = 10" vertex="1">
          <mxGeometry height="80" width="60" x="-1120" y="3760" as="geometry" />
        </mxCell>
        <mxCell id="kIgsmheDJQz7XmRfPmZH-106" parent="1" style="shape=cylinder3;whiteSpace=wrap;html=1;boundedLbl=1;backgroundOutline=1;size=15;fillColor=#fff2cc;strokeColor=#d6b656;" value="X = 10" vertex="1">
          <mxGeometry height="80" width="60" x="-1120" y="3910" as="geometry" />
        </mxCell>
        <mxCell id="kIgsmheDJQz7XmRfPmZH-107" edge="1" parent="1" style="endArrow=classic;html=1;rounded=0;entryX=0;entryY=0.5;entryDx=0;entryDy=0;entryPerimeter=0;" target="kIgsmheDJQz7XmRfPmZH-102" value="">
          <mxGeometry height="50" relative="1" width="50" as="geometry">
            <mxPoint x="-1560" y="3870" as="sourcePoint" />
            <mxPoint x="-1630" y="3820" as="targetPoint" />
          </mxGeometry>
        </mxCell>
        <mxCell id="kIgsmheDJQz7XmRfPmZH-108" edge="1" parent="1" style="endArrow=classic;html=1;rounded=0;entryX=0;entryY=0.5;entryDx=0;entryDy=0;entryPerimeter=0;" target="kIgsmheDJQz7XmRfPmZH-104" value="">
          <mxGeometry height="50" relative="1" width="50" as="geometry">
            <mxPoint x="-1560" y="3870" as="sourcePoint" />
            <mxPoint x="-1355" y="3840" as="targetPoint" />
          </mxGeometry>
        </mxCell>
        <mxCell id="kIgsmheDJQz7XmRfPmZH-109" edge="1" parent="1" style="endArrow=classic;html=1;rounded=0;entryX=0;entryY=0.5;entryDx=0;entryDy=0;entryPerimeter=0;" target="kIgsmheDJQz7XmRfPmZH-103" value="">
          <mxGeometry height="50" relative="1" width="50" as="geometry">
            <mxPoint x="-1560" y="3870" as="sourcePoint" />
            <mxPoint x="-1360" y="3950" as="targetPoint" />
          </mxGeometry>
        </mxCell>
        <mxCell id="kIgsmheDJQz7XmRfPmZH-110" parent="1" style="text;html=1;whiteSpace=wrap;strokeColor=none;fillColor=none;align=center;verticalAlign=middle;rounded=0;rotation=-20;" value="Write (X = 20)" vertex="1">
          <mxGeometry height="30" width="90" x="-1520" y="3800" as="geometry" />
        </mxCell>
        <mxCell id="kIgsmheDJQz7XmRfPmZH-111" parent="1" style="text;html=1;whiteSpace=wrap;strokeColor=none;fillColor=none;align=center;verticalAlign=middle;rounded=0;" value="Write (X = 20)" vertex="1">
          <mxGeometry height="30" width="90" x="-1470" y="3840" as="geometry" />
        </mxCell>
        <mxCell id="kIgsmheDJQz7XmRfPmZH-112" parent="1" style="text;html=1;whiteSpace=wrap;strokeColor=none;fillColor=none;align=center;verticalAlign=middle;rounded=0;rotation=20;" value="Write (X = 20)" vertex="1">
          <mxGeometry height="30" width="90" x="-1530" y="3910" as="geometry" />
        </mxCell>
        <mxCell id="kIgsmheDJQz7XmRfPmZH-113" edge="1" parent="1" style="endArrow=classic;html=1;rounded=0;entryX=1;entryY=0.5;entryDx=0;entryDy=0;entryPerimeter=0;" target="kIgsmheDJQz7XmRfPmZH-105" value="">
          <mxGeometry height="50" relative="1" width="50" as="geometry">
            <mxPoint x="-840" y="3870" as="sourcePoint" />
            <mxPoint x="-755" y="3820" as="targetPoint" />
          </mxGeometry>
        </mxCell>
        <mxCell id="kIgsmheDJQz7XmRfPmZH-114" edge="1" parent="1" style="endArrow=classic;html=1;rounded=0;entryX=1;entryY=0.5;entryDx=0;entryDy=0;entryPerimeter=0;" value="">
          <mxGeometry height="50" relative="1" width="50" as="geometry">
            <mxPoint x="-840" y="3870" as="sourcePoint" />
            <mxPoint x="-1180" y="3870" as="targetPoint" />
          </mxGeometry>
        </mxCell>
        <mxCell id="kIgsmheDJQz7XmRfPmZH-115" edge="1" parent="1" style="endArrow=classic;html=1;rounded=0;entryX=1;entryY=0.5;entryDx=0;entryDy=0;entryPerimeter=0;" value="">
          <mxGeometry height="50" relative="1" width="50" as="geometry">
            <mxPoint x="-840" y="3870" as="sourcePoint" />
            <mxPoint x="-1060" y="3950" as="targetPoint" />
          </mxGeometry>
        </mxCell>
        <mxCell id="kIgsmheDJQz7XmRfPmZH-116" parent="1" style="text;html=1;whiteSpace=wrap;strokeColor=none;fillColor=none;align=center;verticalAlign=middle;rounded=0;" value="Read (X)" vertex="1">
          <mxGeometry height="30" width="90" x="-990" y="3800" as="geometry" />
        </mxCell>
        <mxCell id="kIgsmheDJQz7XmRfPmZH-117" parent="1" style="text;html=1;whiteSpace=wrap;strokeColor=none;fillColor=none;align=center;verticalAlign=middle;rounded=0;" value="Read (X)" vertex="1">
-           <mxGeometry height="30" width="90" x="-1010" y="3850" as="geometry" />
+           <mxGeometry height="30" width="90" x="-1020" y="3840" as="geometry" />
        </mxCell>
        <mxCell id="kIgsmheDJQz7XmRfPmZH-118" parent="1" style="text;html=1;whiteSpace=wrap;strokeColor=none;fillColor=none;align=center;verticalAlign=middle;rounded=0;" value="Read (X)" vertex="1">
          <mxGeometry height="30" width="90" x="-985" y="3910" as="geometry" />
        </mxCell>
        <mxCell id="kIgsmheDJQz7XmRfPmZH-119" parent="1" style="ellipse;whiteSpace=wrap;html=1;aspect=fixed;fillColor=none;dashed=1;strokeColor=light-dark(#ff8080, #d7817e);strokeWidth=2;" value="" vertex="1">
          <mxGeometry height="130" width="130" x="-1275" y="3805" as="geometry" />
        </mxCell>
        <mxCell id="Io5r8TIleDU7Dubmd4Zl-1" parent="1" style="text;html=1;whiteSpace=wrap;strokeColor=none;fillColor=none;align=left;verticalAlign=middle;rounded=0;" value="&lt;div&gt;Quorum Consensus - Definitions&lt;/div&gt;&lt;div&gt;&lt;ul&gt;&lt;li&gt;R - Minimum number of nodes a reader needs to read from&lt;/li&gt;&lt;li&gt;W - Minimum number of nodes a writer needs to write to&amp;nbsp;&lt;/li&gt;&lt;li&gt;N - Number of nodes in the database cluster&lt;/li&gt;&lt;/ul&gt;&lt;div&gt;&lt;b&gt;R + W &amp;gt; N -&amp;nbsp;&lt;/b&gt;Guarantees Strict Consistency&lt;/div&gt;&lt;/div&gt;" vertex="1">
          <mxGeometry height="110" width="600" x="-1560" y="3610" as="geometry" />
        </mxCell>
      </root>
    </mxGraphModel>
  </diagram>
</mxfile>
